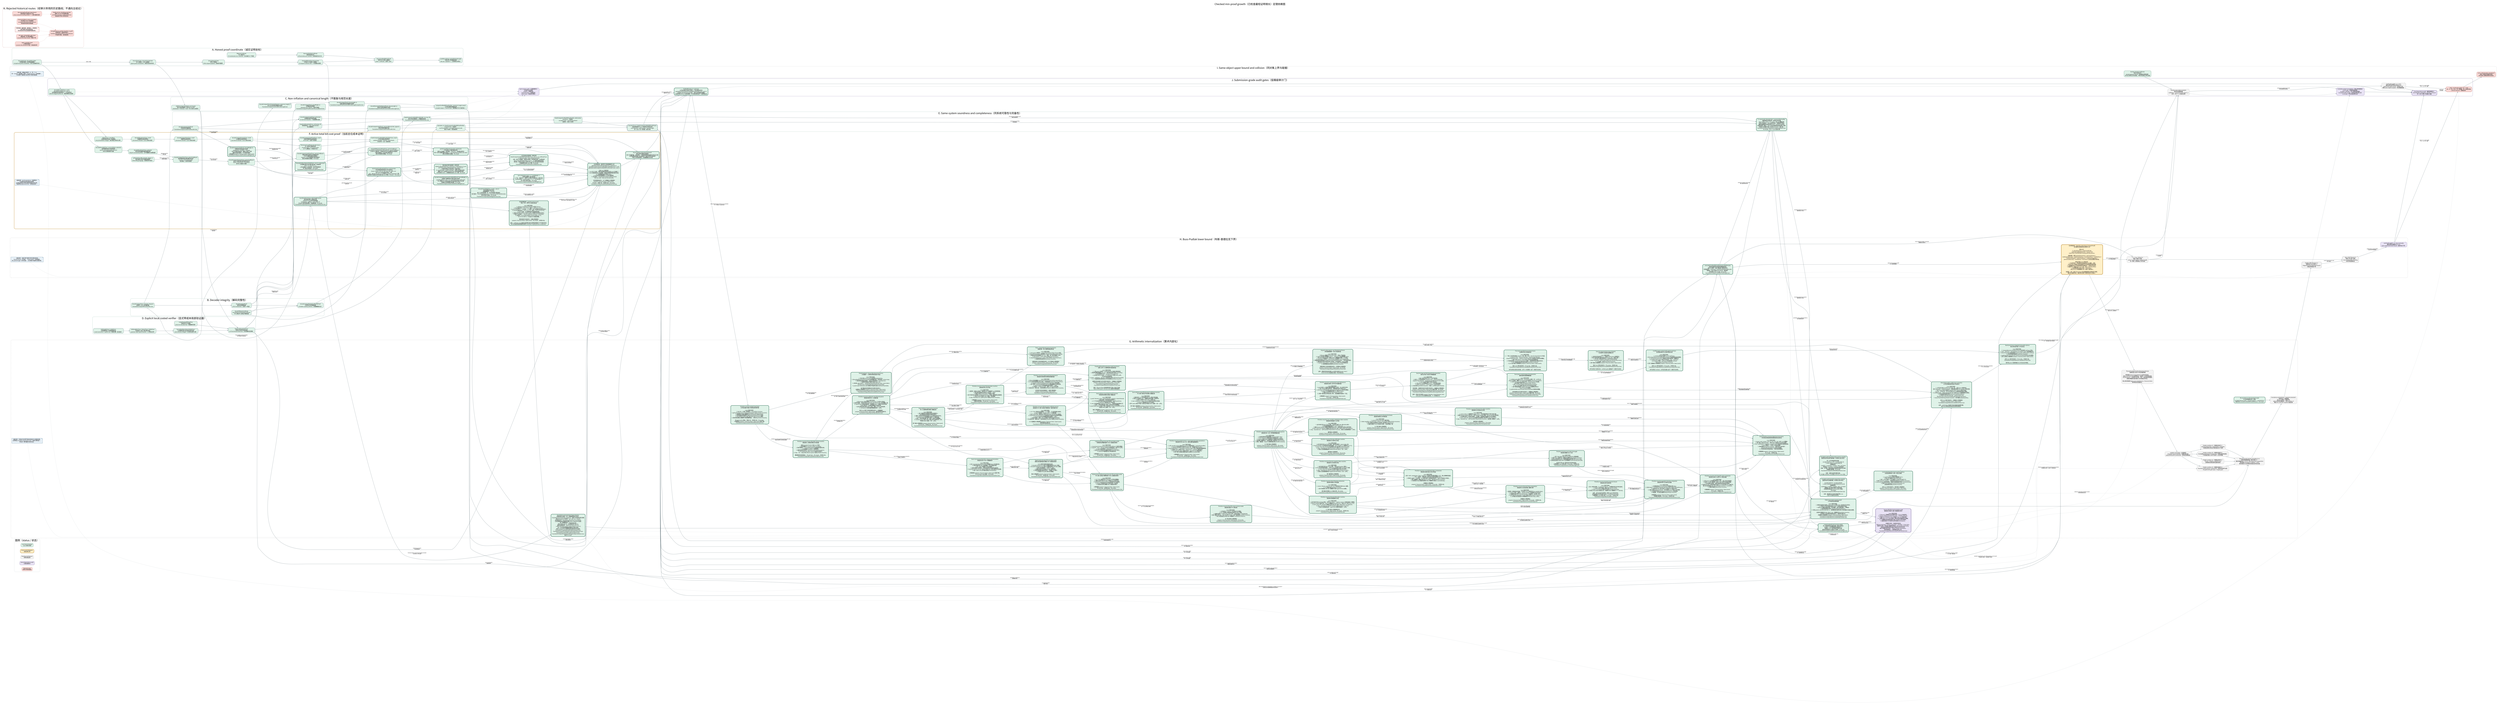
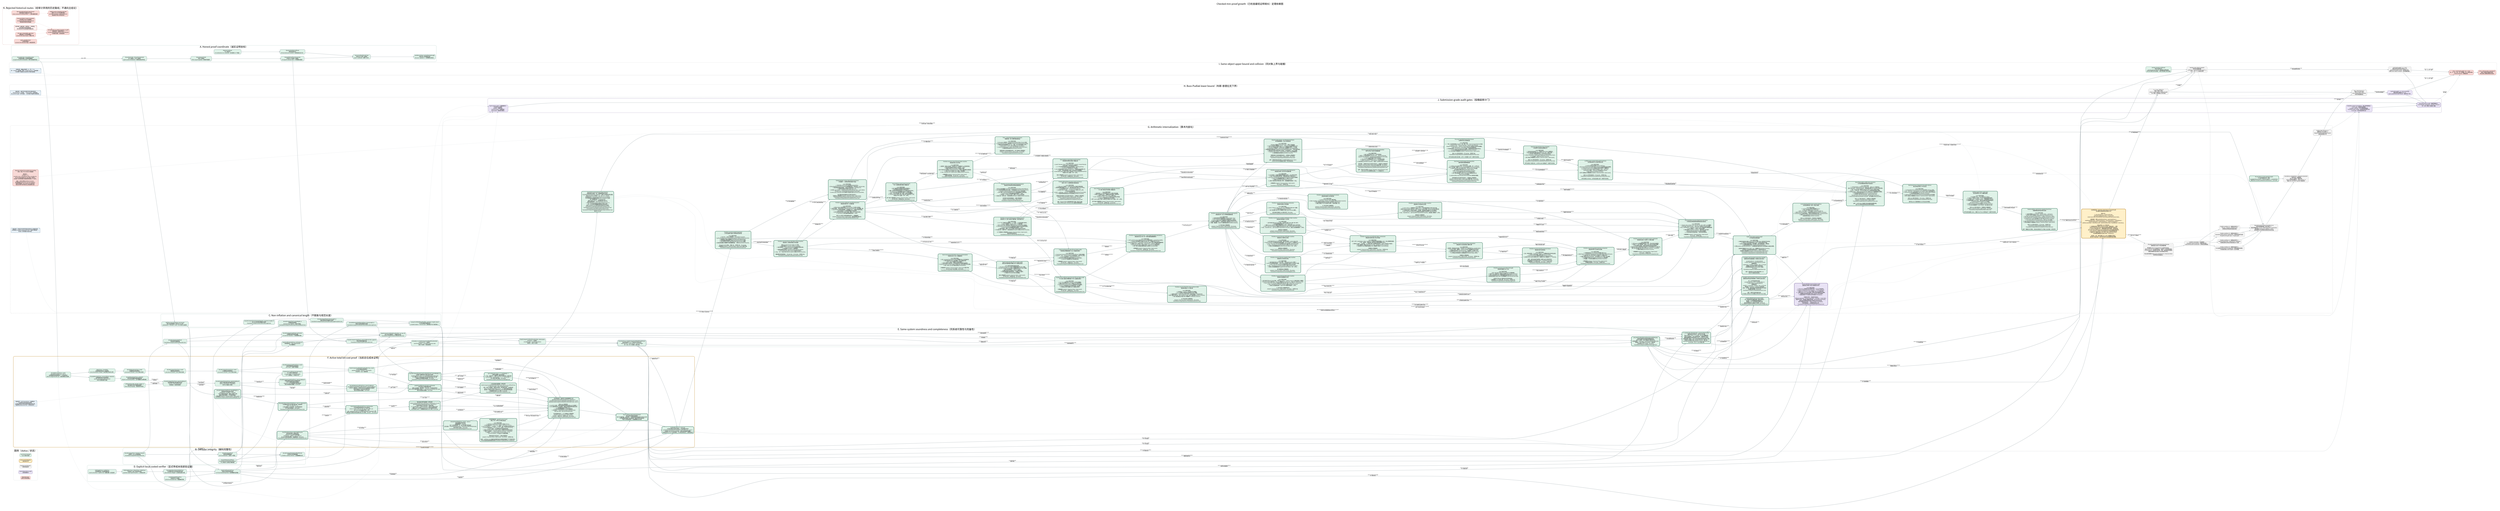
digraph CheckedMinProofDependencies {
  graph [
    rankdir=LR,
    bgcolor="white",
    compound=true,
    newrank=true,
    pad="0.35",
    nodesep="0.30",
    ranksep="0.62",
    fontname="Noto Sans CJK SC",
    fontsize=24,
    label="Checked min-proof growth（已检查最短证明增长）定理依赖图",
    labelloc="t",
    labeljust="c"
  ];
  node [
    shape=box,
    style="rounded,filled",
    fontname="Noto Sans CJK SC",
    fontsize=10.5,
    color="#526d75",
    fillcolor="#eef3f4",
    margin="0.14,0.09",
    penwidth=1.2
  ];
  edge [
    fontname="Noto Sans CJK SC",
    fontsize=8.5,
    color="#65777d",
    arrowsize=0.68,
    penwidth=1.05
  ];

  subgraph cluster_legend {
    label="图例（status / 状态）";
    color="#c8d1d4";
    style="rounded";
    done [label="Lean kernel checked\nLean 内核已检查", fillcolor="#dff2e8", color="#3f7c66"];
    active [label="Active proof obligation\n当前证明义务", fillcolor="#fff0c9", color="#b37a12", penwidth=2.2];
    pending [label="Pending root theorem\n待闭合根定理", fillcolor="#f3f3f3", color="#777777", style="rounded,filled,dashed"];
    audit [label="Axiom/dependency audit\n公理/依赖审计", fillcolor="#e9e3f5", color="#76639a"];
    rejected [label="Rejected route\n经审计弃用的路线", fillcolor="#f8d9d6", color="#a8443d", style="rounded,filled,dashed"];
  }

  subgraph cluster_coordinate {
    label="A. Honest proof coordinate（诚实证明坐标）";
    color="#8fb7aa";
    style="rounded";

    natcode [label="binaryNatCode / decodeBinaryNat\n自然数前缀码 / 自然数前缀解码\nescaped-bit prefix serialization（转义位前缀序列化）", fillcolor="#dff2e8"];
    syntaxcode [label="binaryTermCode + binaryFormulaCode\n项二进制码 + 公式二进制码\ntyped syntax serialization（类型化语法序列化）", fillcolor="#dff2e8"];
    sequentcode [label="binarySequentCode\n序列二进制码\nfinite sequent payload（有限序列载荷）", fillcolor="#dff2e8"];
    prooftree [label="CheckedPAProofTree.binaryCode\n已检查 PA 证明树二进制码\n10 sequent-calculus rules（十条相继式规则）", fillcolor="#dff2e8"];
    axiomcert [label="PAAxiomCertificate\nPA 公理证书\n23 constructors incl. induction（含归纳的 23 个构造）", fillcolor="#dff2e8"];
    structcert [label="StructuralValidityCertificate\n结构有效性证书\nall local witnesses counted（全部局部见证计长）", fillcolor="#dff2e8"];
    certifiedcode [label="binaryCertifiedPAProofCode\n带证书 PA 证明二进制码\nproof + certificate（证明 + 证书）", fillcolor="#dff2e8"];
    packedcode [label="packBinaryString / packedPayloadLength\n位串打包 / 有效载荷长度\nNat.size = payload + 1（自然数位长等式）", fillcolor="#dff2e8"];

    natcode -> syntaxcode [label="labels / 标签"];
    syntaxcode -> sequentcode;
    sequentcode -> prooftree;
    axiomcert -> structcert;
    prooftree -> certifiedcode;
    structcert -> certifiedcode;
    certifiedcode -> packedcode;
  }

  subgraph cluster_decoder {
    label="B. Decoder integrity（解码完整性）";
    color="#8fb7aa";
    style="rounded";

    typeddecoder [label="decodeCompactTerm / Formula / Sequent\n紧凑项 / 公式 / 序列解码器\nFoundationCompactPAProofVerifier.lean", fillcolor="#dff2e8"];
    proofdecoder [label="decodeCompactProof\n紧凑证明树解码器\nall 10 constructors（全部十个构造）", fillcolor="#dff2e8"];
    certdecoder [label="decodePAAxiomCertificate\ndecodeStructuralValidityCertificate\nPA 公理证书 / 结构证书解码器", fillcolor="#dff2e8"];
    packeddecoder [label="decodeCompactPackedCertifiedPAProof\n打包带证书证明解码器\nno hidden auxiliary witness（无隐藏辅助见证）", fillcolor="#dff2e8"];

    typeddecoder -> proofdecoder;
    certdecoder -> packeddecoder;
    proofdecoder -> packeddecoder;
  }

  subgraph cluster_size {
    label="C. Non-inflation and canonical length（不膨胀与规范长度）";
    color="#8fb7aa";
    style="rounded";

    structural [label="decodeCompactProof_parseWeight_le\n证明解码结构量界\nstructural non-inflation（结构不膨胀）\nFoundationCompactProofDecoderStructuralBound.lean", fillcolor="#dff2e8"];
    syntaxcanonical [label="decodeCompactTerm/Formula/Sequent_canonical_length_le\n项/公式/序列规范重编码长度界\nFoundationCompactCanonicalDecodeLength.lean", fillcolor="#dff2e8"];
    proofcanonical [label="decodeCompactProof_binaryLength_le\n完整证明树规范重编码长度界\nFoundationCompactProofCanonicalDecodeLengthComplete.lean", fillcolor="#dff2e8"];
    certcanonical [label="decodeStructuralValidityCertificate_binaryLength_le\n结构证书规范重编码长度界\nFoundationCompactCertificateCanonicalDecodeLength.lean", fillcolor="#dff2e8"];
    totalcanonical [label="compactCertifiedPAProofVerifier_canonical_length_bound\n公开验证器规范载荷总界\naccepted output <= honest input（接受输出不长于诚实输入）", fillcolor="#dff2e8"];
    transformsize [label="shift/free/neg/substitution size bounds\n移位/自由变量嵌入/否定/代入大小界\nsubstitution <= formula × term（代入至多公式乘项）", fillcolor="#dff2e8"];

    typeddecoder -> syntaxcanonical;
    proofdecoder -> structural;
    syntaxcanonical -> proofcanonical;
    certdecoder -> certcanonical;
    proofcanonical -> totalcanonical;
    certcanonical -> totalcanonical;
    syntaxcode -> transformsize;
  }

  subgraph cluster_explicit_local {
    label="D. Explicit local costed verifier（显式带成本局部验证器）";
    color="#8fb7aa";
    style="rounded";

    biteq [label="bitStringEqTrace / natEqTrace\n位串相等轨迹 / 自然数相等轨迹\nresult correctness + explicit cost（结果正确 + 显式成本）", fillcolor="#dff2e8"];
    bitset [label="bitStringMemTrace / SubsetTrace / SetEqTrace\n位串成员 / 包含 / 集合等价轨迹\nquadratic-style explicit bounds（二次型显式界）", fillcolor="#dff2e8"];
    formulalist [label="formulaEq/Mem/Subset/SetEqTrace\n公式相等/成员/包含/集合等价轨迹\ncode emission charged（公式码生成已计费）", fillcolor="#dff2e8"];
    listedtree [label="ListedCheckedPAProofTree\n列表序列 PA 证明树\npreserves decoded lists（保留解码列表）", fillcolor="#dff2e8"];
    listedcert [label="listedCertificateValidTrace\n列表证书有效性成本轨迹\nno Finset decide black box（无有限集判定黑箱）", fillcolor="#dff2e8"];

    biteq -> bitset;
    bitset -> formulalist;
    listedtree -> listedcert;
    formulalist -> listedcert;
    transformsize -> listedcert [label="local transforms\n局部变换"];
  }

  subgraph cluster_same_system {
    label="E. Same-system soundness and completeness（同系统可靠性与完备性）";
    color="#8fb7aa";
    style="rounded";

    listdecoder [label="decodeCompactListedProof\n列表保持证明解码器\nFoundationCompactListedProofDecoder.lean", fillcolor="#dff2e8"];
    projection [label="decodeCompactListedProof_toChecked\n列表解码投影到原检查器\n10-rule fuel induction（十规则燃料归纳）", fillcolor="#dff2e8"];
    localiff [label="listedCertificateValidTrace_toChecked_iff\n新局部轨迹 <-> 原 certificateValid\n语义精确等价", fillcolor="#dff2e8"];
    publiciff [label="listedCompactCertifiedPAProofVerifier_eq_true_iff\n新公开验证器接受 <-> 精确检查关系\nFoundationCompactListedCertifiedVerifier.lean", fillcolor="#dff2e8"];
    soundness [label="listedCompactCertifiedPAProofVerifier_toDerivation\nsoundness（可靠性）\naccepted code -> real PA Derivation2\n接受码 -> 真实 PA 推导", fillcolor="#dff2e8"];
    listencoder [label="decodeCompactListedProof_canonicalBinaryCode_append\n列表证明规范编码往返\nFoundationCompactListedProofEncoder.lean", fillcolor="#dff2e8"];
    completeness [label="derivation_to_listedCompactCertifiedPAProofVerifier\ncompleteness（完备性）\nreal PA derivation -> accepted canonical code\n真实 PA 推导 -> 规范接受码", fillcolor="#dff2e8"];
    predicate [label="Concrete P(x,y) / ListedCompactCertifiedPAProofChecks\n具体证明谓词 P(x,y) / 列表带证书检查关系\nsame formula + same checker + honest length\n同一公式 + 同一检查器 + 诚实长度", fillcolor="#dff2e8", penwidth=2.0];
    minmeasure [
      label="minListedCertifiedPAProofPayloadLength(formula)\n具体检查器诱导的最短完整载荷长度\n真实 PA 推导 -> 最小值由某个接受码实现\n任意接受码 -> minimum <= packedPayloadLength(code)\n接受码 -> 同公式真实 Derivation2（推导树）\n无项目级 proof_length；无 sorryAx\nFoundationCompactListedMinProofLength.lean",
      fillcolor="#dff2e8", color="#2f6f57", penwidth=2.8
    ];
    canonicalnormalize [
      label="P_canon(code, formulaCode) + canonical Bool verifier\n纯数值规范证明关系 + 规范布尔验证器\nBool verifier = true <-> P_canon，由 Lean 精确证明\n任意公开接受码 -> 同公式码规范码，完整载荷不增长\n最短完整载荷必由真实规范 proof + certificate 码实现\n全体码有限一致性 <-> 同 cutoff 的纯数值规范码有限一致性\n非规范/冗余编码不能人为压低 minimum（最小值）\nFoundationCompactListedCanonicalNormalization.lean\n无 sorryAx；仅三个 Lean 标准公理",
      fillcolor="#dff2e8", color="#2f6f57", penwidth=2.8
    ];

    typeddecoder -> listdecoder;
    listdecoder -> projection;
    proofdecoder -> projection;
    listedcert -> localiff;
    projection -> publiciff;
    localiff -> publiciff;
    packeddecoder -> publiciff;
    publiciff -> soundness;
    prooftree -> listencoder;
    listdecoder -> listencoder;
    listencoder -> completeness;
    listedcert -> completeness;
    soundness -> predicate;
    completeness -> predicate;
    predicate -> minmeasure [label="minimum over accepted codes\n对接受码取最小值"];
    completeness -> minmeasure [label="nonempty accepted set\n接受集合非空"];
    publiciff -> canonicalnormalize [label="decode every accepted code\n解码任意接受码"];
    listencoder -> canonicalnormalize [label="canonical re-encoding\n规范重编码"];
    totalcanonical -> canonicalnormalize [label="no payload growth\n载荷不增长"];
    minmeasure -> canonicalnormalize [label="minimum realized canonically\n最小值由规范码实现"];
  }

  subgraph cluster_cost_active {
    label="F. Active total bit-cost proof（当前总位成本证明）";
    color="#c18a27";
    style="rounded,bold";

    nattrace [label="decodeBinaryNatTrace_result\ndecodeBinaryNatTrace_cost_le\n自然数解码轨迹结果等价 + 二次位成本界\nNat.bit charged by Nat.size（按自然数位长收费）", fillcolor="#dff2e8", color="#3f7c66"];
    tracebind [label="OptionTrace + traceBind\n可选结果成本轨迹 + 轨迹绑定\nevery bind/failure charged（每次绑定/失败均计费）", fillcolor="#dff2e8", color="#3f7c66"];
    vectortrace [label="decodeManyVectorTrace_result\n向量解码轨迹结果等价\nLean kernel checked（Lean 内核已检查）", fillcolor="#dff2e8", color="#3f7c66"];
    termtrace [label="decodeCompactTermTrace_result\n项解码轨迹结果等价\nLean kernel checked（Lean 内核已检查）", fillcolor="#dff2e8", color="#3f7c66"];
    formulatrace [label="decodeCompactFormulaTrace_result\n公式解码轨迹结果等价\nLean kernel checked（Lean 内核已检查）", fillcolor="#dff2e8", color="#3f7c66"];
    prooftrace [label="decodeCompactListedProofTrace_result\n列表证明解码轨迹结果等价\nall 10 rules（全部十条规则）", fillcolor="#dff2e8", color="#3f7c66"];
    certtrace [label="PA/structural certificate decoder traces\nPA / 结构证书解码轨迹\n23 axiom tags + 4 recursive nodes\n23 个公理标签 + 4 种递归节点", fillcolor="#dff2e8", color="#3f7c66"];
    publictrace [label="listedCompactCertifiedPAProofVerifierTrace_result\n公开验证器轨迹结果等价\npacked envelope + formula + local checks\n打包外壳 + 公式 + 局部检查", fillcolor="#dff2e8", color="#3f7c66"];
    natpotential [label="decodeBinaryNatTrace_success/failure_potential\n自然数解码成功/失败势能界\nquartic consumed-prefix invariant\n四次已消费前缀不变量", fillcolor="#dff2e8", color="#3f7c66"];
    vectorpotential [label="decodeManyVectorTrace_potential\n任意长度向量解码摊还势能定理\ndisjoint consumed prefixes（互不重叠的已消费前缀）", fillcolor="#dff2e8", color="#3f7c66"];
    symbolcharge [label="arithmeticFunc/Rel_decode_charge_le\n算术函数/关系符号解码收费界\nfinite ORing language（有限有序环语言）", fillcolor="#dff2e8", color="#3f7c66"];
    termpotential [label="decodeCompactTermTrace_parserCostBound\n紧凑项解码器全路径摊还成本界\nsuccess + every failure path\n成功路径 + 全部失败路径", fillcolor="#dff2e8", color="#3f7c66"];
    formulapotential [label="decodeCompactFormulaTrace_parserCostBound\n紧凑公式解码器全路径摊还成本界\natoms / connectives / quantifiers\n原子式 / 联结词 / 量词", fillcolor="#dff2e8", color="#3f7c66"];
    proofpotential [
      label="decodeCompactListedProofTrace_parserCostBound\n列表证明树全路径四次势能成本界\n十条 PA 相继式规则全部通过\nand/cut 二叉子证明势能已望远镜相消\n成功/失败路径全覆盖；无 sorryAx",
      fillcolor="#dff2e8", color="#3f7c66"
    ];
    certpotential [
      label="decodePAAxiomCertificateTrace_parserCostBound\ndecodeStructuralValidityCertificateTrace_parserCostBound\n23 种 PA 公理标签 + 4 种递归证书节点全路径四次势能界\n归纳公理体和二元证书树已摊还闭合\n成功/失败路径全覆盖；无 sorryAx",
      fillcolor="#dff2e8", color="#3f7c66", penwidth=2.2
    ];
    packedcost [
      label="packed proof/formula decoder cost bounds\n打包证明/公式解码器成本界\n证明+证书串联、末位哨兵、dropLast、空后缀全部闭合\n两个公开打包解码器均不超过 2 × decoderPotential(Nat.size code)\n成功/失败路径全覆盖；无 sorryAx",
      fillcolor="#dff2e8", color="#2f6f57", penwidth=2.8
    ];
    transformcode [
      label="transformation binary-code length bounds\n语法变换完整二进制码长界\nshift/free/neg 均至多线性膨胀\nsubstitution：|phi[t]| <= 3(F+1)(W+1)F\n含 qpow 量词深度预算；无隐藏参数；无 sorryAx\nFoundationCompactSyntaxTransformationCodeBounds.lean",
      fillcolor="#dff2e8", color="#2f6f57", penwidth=2.8
    ];
    negtrace [
      label="binaryFormulaNegTrace_result / _cost_le\n否定变换真实递归轨迹\n结果精确等于 ∼formula\n每个公式构造收费一步；原子项向量不重复遍历\n执行成本 <= formulaSymbolCount <= |binaryFormulaCode(formula)|\n单文件探针已通过；无 sorryAx\nFoundationCompactSyntaxNegationTrace.lean",
      fillcolor="#dff2e8", color="#2f6f57", penwidth=2.8
    ];
    axmjoint [
      label="axm comparator input <= 2 * jointWeight + 1\n公理比较器输入联合坐标界\n上下文、候选句子、完整 PA 公理证书均落在同一诚实位权\ncertificateBits + sentenceBits + 1 <= 2 * jointWeight + 1\n四个坐标引理已通过；无 sorryAx\nFoundationCompactListedAxiomJointWeight.lean",
      fillcolor="#dff2e8", color="#2f6f57", penwidth=2.8
    ];
    honestproof [
      label="decodeCompactListedProof_honestWeight_le\n列表保持证明树诚实位权界\nweight(tree) + 8|suffix| <= 8|input|\n十条 PA 规则全部闭合；重复公式逐个计费\n覆盖任意成功解码，不只是规范编码\n公理画像仅 propext / Classical.choice / Quot.sound\nFoundationCompactListedProofHonestWeight.lean",
      fillcolor="#dff2e8", color="#2f6f57", penwidth=2.8
    ];
    honestcert [
      label="decodeCompactPackedListedCertifiedPAProof_honestWeight_le\n证明树+完整结构证书联合诚实位权界\njointWeight(tree,cert) <= 8 * packedPayloadLength(code)\nPA 公理证书 23 标签及递归证书全部由实际输入位计费\n无辅助见证和隐藏长度参数；无 sorryAx\nFoundationCompactListedCertifiedHonestWeight.lean",
      fillcolor="#dff2e8", color="#2f6f57", penwidth=2.8
    ];
    localprimitives [
      label="formulaEq/Mem/Subset/SetEqTrace_cost_le_polynomial\n公式相等/成员/包含/集合等价统一位成本界\nP(w) = 4 + 2(w+3)^2 + w\nw 是全部输入公式码位权，包含列表重复项\n四个端点全部通过；无 sorryAx\nFoundationCompactListedLocalCostPrimitives.lean",
      fillcolor="#dff2e8", color="#2f6f57", penwidth=2.8
    ];
    localbranches9 [
      label="10/10 listedCertificateValidTrace cost branches\n十条证明规则局部成本分支全部闭合\nclosed / verum / and / or / all / exs / wk / shift / cut：\n由 P(G(w)) 及生成语法界统一计费\naxm：由 A(w)=K*(2w+1)^12 的真实 guarded comparator 计费\n最终每节点固定多项式包络已由 Lean 检查；无 haxm、无 sorryAx",
      fillcolor="#dff2e8", color="#2f6f57", penwidth=2.8
    ];
    localinduction [
      label="联合坐标内部归纳骨架 + 具体实例\nlistedCertificateValidTrace_jointCost_le_polynomial_of_axm\nguardedListedCertificateValidTrace_jointCost_le\n十规则证明树/证书同步统一归纳已通过\nb = proofWeight + certificateWeight（证明+证书联合位权）\n抽象 haxm 已由真实 guarded axm 成本定理具体消除\n公开实例无 haxm；公理画像仅标准 Lean 公理；无 sorryAx",
      fillcolor="#dff2e8", color="#2f6f57", penwidth=2.8
    ];
    publicskeleton [
      label="公开总成本内部骨架 + 具体实例\nlistedCompactCertifiedPAProofVerifierTrace_cost_le_of_certificateTrace\ns = Nat.size(code) + Nat.size(formulaCode)\n合并：两个打包解码、局部证书检查、结论集合比较、公式码比较\nQ(s)=4*decoderPotential(s)+L(s)+1，L(s) 是显式固定多项式\n原先唯一内部证书成本义务现已由 guarded 联合成本定理消除\n公理画像仅标准 Lean 公理；无 sorryAx\nFoundationCompactListedPublicCostSkeleton.lean",
      fillcolor="#dff2e8", color="#2f6f57", penwidth=2.8
    ];
    publiccost [
      label="【主终端完成：具体带守卫检查器最终汇合】\nguardedListedCertificateValidTrace_jointCost_le\nguardedListedCompactCertifiedPAProofVerifierTrace_result\nguardedListedCompactCertifiedPAProofVerifierTrace_cost_le\n\n已由 Lean 内核检查：\n1. axm 的 23 标签、接受/拒绝路径和候选长度 guard 全部统一；\n2. axm 局部成本进入与证明树、结构证书相同的诚实联合位权；\n3. 十规则整树成本不再带 haxm；\n4. 公开轨迹结果精确等于公开验证器结果；\n5. 总位成本 <= listedPublicVerifierCostPolynomial(\n   Nat.size code + Nat.size formulaCode)。\n\n定向构建退出码 0；五个关键端点公理画像仅\npropext / Classical.choice / Quot.sound。\n无 haxm、无输入包、无项目公设、无 sorryAx。\nFoundationCompactListedGuardedAxiomCost.lean",
      fillcolor="#dff2e8", color="#2f6f57", penwidth=2.8
    ];
    amortized [label="Success/failure total potential bound\n成功/失败全路径总势能界\n两个打包解码器、语法变换、十规则局部检查和最终比较均已计费\n公开轨迹的所有输入对均满足同一固定多项式位成本界\n不是只分析接受路径；无隐藏辅助见证长度", fillcolor="#dff2e8", color="#2f6f57", style="rounded,filled", penwidth=2.8];
    costnote [shape=note, label="关键注释：result equivalence（结果等价）\n只证明轨迹没有改掉验证结果；\n必须再证明成功/失败全路径的固定多项式界，\n才能声称 polynomial time（多项式时间）。", fillcolor="#e8f1f8", color="#4e7892"];
    transformtrace [label="【共享终端完成：guarded axiom trace】\n移位 / 代入 / 带守卫公理比较轨迹\n\nLean 内核已检查：\n1. shift/free/substitution/list/fixitr 的真实 QTrace；\n2. fixitr 输出码长 <= 4*(L+1)^2；成本 <= 128*(m+L+1)^2*L；\n3. succInd 四次代入、三次否定、三个析取、两个全称量词全部真实执行；\n4. succInd 输出码长 <= 10^7*(L+1)^4；成本 <= 10^11*(L+1)^12；\n5. guard 完备：合法相等候选不会被提前拒绝；\n6. 接受分支 fixitr/allClosure/formulaEq 与拒绝分支总成本均闭合；\n7. 全部 23 标签统一：true iff certificate.sentence = candidate；\n8. 总成本 <= K*(certificateBits+sentenceBits+1)^12，\n   K=10^30+(3B+4)，B 为显式 26 句固定预算。\n\n两条验收命令退出码 0；关键公理画像仅\npropext / Classical.choice / Quot.sound；无 sorryAx、无项目公设。\n\n边界：certificate-only 直接生成完整归纳句在稀疏变量编号下不可能多项式；\n本节点完成的是保持接受关系的 candidate-length guarded comparator。", fillcolor="#dff2e8", color="#2f6f57", style="rounded,filled", penwidth=2.8];
    polytime [label="VerifierBitCost(x,y) <= p(|x|+|y|)\n公开验证器总位成本不超过一个显式固定多项式\nguardedListedCompactCertifiedPAProofVerifierTrace_cost_le\n对全部 code/formulaCode 成立，成功与失败路径均覆盖\n这里是项目 QTrace 位成本模型；PA 内短证明仍由下一簇单独完成", fillcolor="#dff2e8", color="#2f6f57", style="rounded,filled", penwidth=2.8];

    natcode -> nattrace;
    nattrace -> tracebind;
    tracebind -> vectortrace;
    vectortrace -> termtrace;
    termtrace -> formulatrace;
    formulatrace -> prooftrace;
    certdecoder -> certtrace;
    formulatrace -> certtrace;
    prooftrace -> publictrace;
    certtrace -> publictrace;
    publictrace -> amortized [label="exact behavior first\n先固定精确行为"];
    nattrace -> natpotential;
    natpotential -> vectorpotential;
    vectorpotential -> termpotential [label="argument vectors\n参数向量"];
    symbolcharge -> termpotential [label="finite symbol decoding\n有限符号解码"];
    termpotential -> formulapotential [label="terms inside atoms\n原子式中的项"];
    formulapotential -> proofpotential [label="formulas inside sequents\n序列中的公式"];
    proofpotential -> certpotential [label="proof/certificate alignment\n证明树/证书树对齐"];
    formulapotential -> certpotential [label="induction body\n归纳公理体"];
    certpotential -> packedcost [label="proof + certificate stream\n证明 + 证书串"];
    publictrace -> packedcost [label="same executable result\n同一可执行结果"];
    packedcost -> publiccost [label="decoded objects\n已解码对象"];
    transformsize -> transformcode [label="from symbol count to full bits\n从符号数提升到完整位长"];
    transformcode -> negtrace [label="input bit-length control\n输入位长控制"];
    negtrace -> publiccost [label="closed/cut negation charge\n闭合/切规则否定计费"];
    transformcode -> publiccost [label="generated-code bounds\n生成公式码长界"];
    listdecoder -> honestproof [label="all successful parses\n全部成功解码"];
    honestproof -> honestcert [label="proof-tree charge\n证明树计费"];
    certcanonical -> honestcert [label="full certificate bits\n完整证书位"];
    honestcert -> publiccost [label="joint decoded-data bound\n联合解码数据界"];
    honestcert -> axmjoint [label="proof + certificate coordinate\n证明 + 证书坐标"];
    axmjoint -> publiccost [label="guarded comparator input bound\n带守卫比较器输入界"];
    listedcert -> localprimitives [label="exact trace costs\n精确轨迹成本"];
    honestproof -> localprimitives [label="duplicate-preserving weights\n保留重复项位权"];
    localprimitives -> publiccost [label="uniform quadratic bound\n统一二次界"];
    localprimitives -> localbranches9 [label="per-rule instantiation\n逐规则实例化"];
    transformcode -> localbranches9 [label="generated syntax bounds\n生成语法界"];
    localbranches9 -> publiccost [label="nine checked branches\n九条已检查分支"];
    localbranches9 -> localinduction [label="structural aggregation\n结构汇总"];
    localinduction -> publiccost [label="haxm concretely discharged\nhaxm 已由具体定理消除"];
    localinduction -> publicskeleton [label="local certificate polynomial\n局部证书多项式"];
    packedcost -> publicskeleton [label="two packed decoder bounds\n两个打包解码界"];
    honestcert -> publicskeleton [label="decoded joint weight\n解码联合位权"];
    publicskeleton -> publiccost [label="concrete discharge checked\n具体消义务已检查"];
    listedcert -> publiccost [label="explicit local checks\n显式局部检查"];
    publiccost -> amortized;
    totalcanonical -> amortized [label="consumed-length control\n消费长度控制"];
    costnote -> amortized [style=dotted, arrowhead=none, constraint=false];
    transformcode -> transformtrace;
    transformtrace -> publiccost [label="guarded axm + shift/free/substitution costs\n带守卫公理 + 移位/自由化/代入成本"];
    amortized -> polytime;
    transformtrace -> polytime;
    totalcanonical -> polytime [label="input/output length control\n输入输出长度控制"];
    listedcert -> polytime [label="local cost bounds\n局部成本界"];
    predicate -> polytime [label="exact executable relation\n精确可执行关系"];
  }

  subgraph cluster_internalization {
    label="G. Arithmetic internalization（算术内部化）";
    color="#9a9a9a";
    style="rounded,dashed";

+     defaultlistcode [label="Rejected: default Primcodable list encoding\n弃用：默认 Primcodable 列表编码\n\n源码审计：\nencode [] = 0；\nencode (x::xs) = succ(pair(encode x, encode xs))。\nNat.pair 的位长界对 tail code 带约 2 倍因子；\n沿长度 m 的列表递推只能直接得到潜在 2^m 放大。\n\n结论：它足以证明 primitive recursive，\n但不能承担 polynomial-size trace witness。\n改用长度前缀 + binaryNatCode 自定界流，\n使总位长等于各字段位长之和加线性头部。", fillcolor="#f8d9d6", color="#a8443d", style="rounded,filled,dashed", penwidth=2.4];
+     additivecodecbase [label="Additive typed token codec base\n加法型类型化 token 编解码基础\n\nLean 内核已检查：\n1. Nat 用单 token；Bool 用显式 0/1 token；\n2. Option 只增加 0/1 标签；Product 直接拼接两段编码；\n3. List 使用 count :: flatMap encode，不使用嵌套 Nat.pair；\n4. 列表解码器按 count 迭代，保存反向累积表后恢复原顺序；\n5. Nat/Bool/Option/Product/List 均满足\n   decode(encode(x) ++ suffix)=some(x,suffix)；\n6. 全部 encode/decode/迭代函数为 primitive recursive；\n7. List 总位长精确等于 count 头位长 + 各元素位长之和。\n\n定向 Lean 探针退出码 0；关键端点公理画像仅\npropext / Classical.choice / Quot.sound；无 sorryAx。\nFoundationCompactAdditiveTokenCodec.lean\n\n本节点闭合通用 codec；完整 DirectTrace 实例化由下一绿色节点关闭。", fillcolor="#dff2e8", color="#2f6f57", penwidth=2.8];
+     directtracecode [label="Packed additive code for the complete DirectTrace\n完整直接轨迹的加法型打包码\n\nLean 内核已检查：\n1. 分层实例覆盖 parser states、stream states、root traces、\n   verifier states 及完整 CompactNumericListedDirectTrace；\n2. 总 token decoder(encoder(trace) ++ suffix)=some(trace,suffix)；\n3. binaryNatCode 与 packBinaryString 均已证 primitive recursive；\n4. packed trace code 与其完整 decoder 均为 primitive recursive；\n5. decode(code(trace))=some trace，故 trace code 单射；\n6. Nat.size(code(trace)) = additiveTokenBitLength(traceTokens)+1；\n7. 所有关键端点公理画像仅 propext / Classical.choice / Quot.sound。\n\n定向 Lean 探针退出码 0；无 sorryAx、无项目公设。\nFoundationCompactAdditiveTokenCodec.lean\nFoundationCompactNumericListedDirectTraceCode.lean\n\n边界：精确位长已得到，但尚未证明其关于公开输入位长的统一多项式界。", fillcolor="#dff2e8", color="#2f6f57", penwidth=2.8];
    roottraceintegration [label="Root branch trace integrated into public witness\n根分支轨迹已接入公开总见证\n\nLean 内核已检查：\n1. CompactNumericListedDirectTrace 显式新增 rootTrace 字段；\n2. root、rootTrace、formulaValue 与 machine states 投影精确对齐；\n3. DirectTraceValid 直接调用带 rootTrace 的 certified-parts residual；\n4. 总有效性谓词继续为 primitive recursive；\n5. publicVerifier=true iff exists DirectTraceValid 的正反方向均重建；\n6. 两个总端点公理画像仅 propext / Classical.choice / Quot.sound。\n\n定向 Lean 探针退出码 0；无 sorryAx、无项目公设。\nFoundationCompactNumericListedDirectTrace.lean\n\n根字段 parser 结果黑箱已从公开总见证中移除。", fillcolor="#dff2e8", color="#2f6f57", penwidth=2.8];
    rootfieldtrace [label="Five exact root-field branch direct traces\n五类根字段分支直接轨迹\n\nLean 内核已检查：\n1. 一个统一见证同时容纳 sequent、第一/第二公式、term 与 closed-formula 轨迹；\n2. sequent-only、sequent+formula、sequent+two-formula、\n   sequent+formula+term、sequent+closed-formula 五种真实字段形状全覆盖；\n3. 每个分支 parser = some fields iff 存在对应直接轨迹；\n4. 字段值由真实 consumedTokenPrefix 重建，未使用的轨迹分量必须为空；\n5. 五个直接轨迹有效性谓词全部为 primitive recursive；\n6. 五个语义端点公理画像仅 propext / Classical.choice / Quot.sound。\n\n独立 Lean 探针退出码 0；无 sorryAx、无项目公设。\nFoundationCompactNumericListedRootFieldsDirectTrace.lean\n\n本节点闭合五类分支内部；公开 0..9 标签统一由下一绿色节点关闭。", fillcolor="#dff2e8", color="#2f6f57", penwidth=2.8];
    rootdirectdispatch [label="Exact ten-tag root direct-trace dispatch\n十标签根节点直接轨迹精确分派\n\nLean 内核已检查：\n1. 关系显式列出标签 0..9，不借用 whole parser 结果等式；\n2. 每个标签选择正确字段形状及 binder arity（绑定元数）；\n3. 空 token 流及标签不在 0..9 时不存在合法见证；\n4. whole root parser = some root iff 存在 tag-selected direct trace；\n5. 十分支统一关系为 primitive recursive；\n6. 两个端点公理画像仅 propext / Classical.choice / Quot.sound。\n\n独立 Lean 探针退出码 0；无 sorryAx、无项目公设。\nFoundationCompactNumericListedRootFieldsDirectTrace.lean\n\n本节点闭合十标签分派；certified-parts 接线由下一绿色节点关闭。", fillcolor="#dff2e8", color="#2f6f57", penwidth=2.8];
    rootresidualtrace [label="Certified-parts residual with explicit root trace\n显式根轨迹的已认证部件剩余关系\n\nLean 内核已检查：\n1. residual 现在显式接收 root 与 rootTrace；\n2. 旧 CompactNumericProofRootBranchValid 已由直接轨迹关系替换；\n3. consumed proof prefix 与根结论字段仍保持同一精确等式；\n4. certified-parts parser 成功 iff 存在同一 root、rootTrace、\n   proof parser 结果、certificate 空后缀及新 residual；\n5. 新 residual 为 primitive recursive；\n6. 两个关键端点公理画像仅 propext / Classical.choice / Quot.sound。\n\n定向 Lean 探针退出码 0；无 sorryAx、无项目公设。\nFoundationCompactNumericListedParseDecomposition.lean\n\n本节点闭合 residual；公开总见证接入由下一绿色节点关闭。", fillcolor="#dff2e8", color="#2f6f57", penwidth=2.8];
    listedconmeta [label="ListedCertifiedFiniteConsistencyAt(k)\n同一列表保持验证器的有限一致性元层语义\n无长度 <= k 的完整载荷码被接受为 ⊥\n普通及 2^(A*n) 放大版本无条件为真\n接受反向恢复同公式真实 PA 推导；无 sorryAx\nFoundationCompactListedFiniteConsistencyTarget.lean", fillcolor="#dff2e8", color="#2f6f57", penwidth=2.8];
    arithinput [label="Primitive-recursive packed input layer\n公开验证器打包输入的原始递归算术层\n\nLean 内核已检查：\n1. Nat.bits（小端二进制展开）为 primitive recursive；\n2. getLast?/dropLast 与 sentinel payload peel 均为 primitive recursive；\n3. 剥离成功 iff 输入精确等于 packBinaryString(payload)；\n4. 新剥离器结果精确等于现有 packedPayloadTrace 结果；\n5. decodeBinaryNat 已由 right-fold state machine 重建；\n6. 新状态机逐输入精确等于原前缀解码器，二者均为 primitive recursive。\n\n无 typed syntax 假设、无输入包、无项目公设、无 sorryAx；\n公理画像仅 propext / Classical.choice / Quot.sound 或其子集。\nFoundationCompactListedVerifierArithmeticInput.lean", fillcolor="#dff2e8", color="#2f6f57", penwidth=2.8];
    tokenstream [label="Primitive-recursive binary-Nat token stream machine\n原始递归二进制自然数记号流机器\n\n具体 bounded iterator 已由 Lean 检查：\n1. 状态明确区分 running / failed / accepted；\n2. 每步调用同一个 decodeBinaryNat 并保留真实剩余位串；\n3. 总步数由 inputBits+1 明确限制；\n4. 最终结果逐位串等于 repeated-prefix reference parser；\n5. binaryNatCode token stream 的规范往返成立；\n6. step、run、output 和 reference parser 全部 primitive recursive。\n\n覆盖畸形和非规范输入；无 rawCode、无 sorryAx、无项目公设。\nFoundationCompactBinaryNatStreamMachine.lean", fillcolor="#dff2e8", color="#2f6f57", penwidth=2.8];
    bitsync [label="Exact noncanonical bit/token stream synchronization\n非规范位流与 token 流精确同步\n\nLean 内核已检查：\n1. 定义 repeated decodeBinaryNat 的精确 token/位后缀关系；\n2. 关系可按任意 token 前后缀唯一切分并重新合成；\n3. 同一 token 前缀留下的位后缀唯一；\n4. 规范位编码只是特例，不把非规范高位零误判为规范码；\n5. bounded stream decoder 成功 iff 全部 token 恰好消费至空位后缀；\n6. 每个 token-list split 都对应真实 bit boundary。\n\n公理画像仅 propext / Classical.choice / Quot.sound 或其子集；\n无 canonical-input 假设、无 sorryAx。\nFoundationCompactBinaryNatStreamSynchronization.lean", fillcolor="#dff2e8", color="#2f6f57", penwidth=2.8];
    syntaxparser [label="Primitive-recursive arithmetic term/formula parser\n原始递归算术项 / 公式解析器\n\nLean 内核已检查：\n1. 纯 Nat token 状态机覆盖 bvar/fvar/func 与全部公式构造；\n2. 有序环函数、关系符号码与 typed decoder 的 decode₂ 条件精确一致；\n3. repeat frame 逐项处理参数，不按稀疏 arity 一次展开巨型任务表；\n4. 每个真实项 / 公式都有精确执行步数定理；\n5. 执行步数不超过真实 token 长度，固定二次 fuel 必然足够；\n6. 公开 parser 对规范编码精确返回同一 suffix。\n\n定向 Lean 探针与目标构建退出码 0；公理画像仅\npropext / Classical.choice / Quot.sound；静态禁用项扫描为空。\nFoundationCompactSyntaxTokenMachine.lean", fillcolor="#dff2e8", color="#2f6f57", penwidth=2.8];
    syntaxinversion [label="Exact arbitrary-input syntax inversion\n项 / 公式解析器任意输入精确反演\n\nLean 内核已检查：\n1. 每个纯数值任务栈都有类型化前缀语义；\n2. 每次数值状态转换反向保持该语义；\n3. 函数 / 关系符号有效码恢复同 arity 的真实有序环符号；\n4. repeat frame 恢复精确长度的 Fin 参数向量；\n5. 成功、失败及畸形输入统一由同一后向不变量覆盖；\n6. numeric parser 返回 suffix iff 输入等于某真实项 / 公式\n   的规范 token 前缀 ++ 同一 suffix。\n\n两个端点公理画像仅 propext / Classical.choice / Quot.sound；\n无 rawCode、无项目公设、无 sorryAx。\nFoundationCompactSyntaxTokenMachineInversion.lean", fillcolor="#dff2e8", color="#2f6f57", penwidth=2.8];
    syntaxbitsync [label="Typed syntax decoder iff exact token prefix\n类型化语法解码器与精确 token 前缀双向等价\n\nLean 内核已检查任意成功位串：\n1. decodeCompactTerm 成功 iff 精确消费该项 token 前缀；\n2. decodeCompactFormula 成功 iff 精确消费该公式 token 前缀；\n3. 两方向均保留同一个真实 bit suffix；\n4. 函数/关系符号代码由 decode₂ 精确恢复；\n5. 任意有限参数向量逐项同步，不隐藏 arity 展开；\n6. 非规范 binaryNat 表示完全覆盖。\n\n端点公理画像仅 propext / Classical.choice / Quot.sound；\n无 rawCode、无项目公设、无 sorryAx。\nFoundationCompactSyntaxBitTokenSynchronization.lean", fillcolor="#dff2e8", color="#2f6f57", penwidth=2.8];
    closedformula [label="Primitive-recursive closed-formula token machine\n原始递归闭公式记号机\n\nLean 内核已检查：\n1. 复用同一紧凑公式语法，但所有 term 位置遇到 fvar 标签即拒绝；\n2. 每次成功恢复真实类型化公式及同一 suffix；\n3. 恢复公式的 freeVariables 严格等于空集；\n4. 每个真实闭公式及每个 ArithmeticSentence 的嵌入规范编码必被接受；\n5. 成功 iff 闭公式规范 token 前缀，双向精确；\n6. step / bounded run / public parser 全部 primitive recursive。\n\n公理画像仅 propext / Classical.choice / Quot.sound；\n无额外闭性参数、无 rawCode、无 sorryAx。\nFoundationCompactClosedFormulaTokenMachine.lean", fillcolor="#dff2e8", color="#2f6f57", penwidth=2.8];
    proofparser [label="Primitive-recursive listed-proof structural parser\n原始递归列表保持证明树结构解析器\n\nLean 内核已检查：\n1. 纯 Nat 任务栈覆盖 closed/axm/verum/and/or/all/exs/wk/shift/cut；\n2. axm 标签现调用独立闭公式机，不再把普通 proposition 当 sentence；\n3. sequent cardinality 由 repeat-formula frame 逐项消费；\n4. 每个真实 ListedCheckedPAProofTree 都有精确执行步数定理；\n5. and/cut 左右子证明按编码顺序消费同一 suffix；\n6. 总步数 <= 2*tokenLength，固定二次 fuel 必然足够；\n7. 十标签分派、闭句分支、总状态机和公开 parser 全部 primitive recursive。\n\n定向探针及目标构建通过；关键公理画像仅\npropext / Classical.choice / Quot.sound。\nFoundationCompactProofTokenMachine.lean", fillcolor="#dff2e8", color="#2f6f57", penwidth=2.8];
    proofinversion [label="Exact arbitrary-input listed-proof inversion\n列表保持证明树任意输入精确反演\n\nLean 内核已检查：\n1. proof / formula / term / repeat-formula / sequent / closed-formula\n   六类任务统一具有类型化前缀语义；\n2. 十个节点标签的每条反向分支均恢复同一 typed proof tree；\n3. and/cut 严格恢复左右子树次序；\n4. axm 分支恢复真实 ArithmeticSentence，不接受含自由变量公式；\n5. 成功、失败及畸形输入由同一后向状态不变量覆盖；\n6. proof token parser 成功 iff 输入为某真实 ListedCheckedPAProofTree\n   的规范 token 前缀 ++ 同一 suffix。\n\n端点公理画像仅 propext / Classical.choice / Quot.sound；\n无 rawCode、无项目公设、无 sorryAx。\nFoundationCompactProofTokenMachineInversion.lean", fillcolor="#dff2e8", color="#2f6f57", penwidth=2.8];
    certparser [label="Primitive-recursive PA/structural certificate parsers\n原始递归 PA 公理 / 结构证书解析器（规范完备方向）\n\nLean 内核已检查：\n1. 23 个 PA 公理标签全部覆盖；0..21 固定，3/4 校验函数/关系码；\n2. tag 22 调用同一 binder-arity-1 公式解析器；\n3. 新 PA 证书 token 编码逐证书等于旧 binary code 的 Nat 前缀流；\n4. leaf/axiomCert/unary/binary 四类结构证书由显式任务栈递归解析；\n5. binary 左右子证书按编码顺序消费同一 suffix；\n6. 线性步数界、固定二次 fuel 和两个规范往返端点均已闭合；\n7. PA 标签分派、结构节点、总状态机和公开 parser 全部 primitive recursive。\n\n七个关键端点公理画像仅 propext / Classical.choice / Quot.sound；\n静态禁用项扫描为空。\nFoundationCompactCertificateTokenMachine.lean", fillcolor="#dff2e8", color="#2f6f57", penwidth=2.8];
    certinversion [label="Exact arbitrary-input PA/structural certificate inversion\nPA 公理 / 结构证书任意输入精确反演\n\nLean 内核已检查：\n1. 固定标签 0..21 逐项恢复对应 PA 公理证书构造器；\n2. 标签 3/4 恢复同 arity、同编码的真实函数 / 关系符号；\n3. 标签 22 恢复 binder-arity-1 归纳公式；\n4. leaf / axiomCert / unary / binary 四类节点全部反向恢复；\n5. binary 严格恢复左右子证书顺序；\n6. 两个 parser 成功 iff 输入为真实证书规范 token 前缀 ++ 同一 suffix。\n\n两个端点公理画像仅 propext / Classical.choice / Quot.sound；\n无 rawCode、无项目公设、无 sorryAx。\nFoundationCompactCertificateTokenMachineInversion.lean", fillcolor="#dff2e8", color="#2f6f57", penwidth=2.8];
    proofbitsync [label="Listed proof typed decoder iff exact token prefix\n列表保持证明解码器与 token 前缀双向等价\n\nLean 内核已检查：\n1. closed/axm/verum/and/or/all/exs/wk/shift/cut 十规则全覆盖；\n2. sequent、term、formula 与左右子证明保留同一真实 bit suffix；\n3. axm 分支恢复同一 ArithmeticSentence；\n4. 成功方向与完备方向均覆盖非规范 binaryNat 表示；\n5. and/cut 严格保留左右子树消费次序。\n\n公理画像仅 propext / Classical.choice / Quot.sound；\n无 rawCode、无项目公设、无 sorryAx。\nFoundationCompactProofBitTokenSynchronization.lean", fillcolor="#dff2e8", color="#2f6f57", penwidth=2.8];
    certbitsync [label="PA/structural certificate typed decoder iff exact token prefix\nPA 公理 / 结构证书解码器与 token 前缀双向等价\n\nLean 内核已检查：\n1. 23 个 PA 公理标签及 induction 公式体全部覆盖；\n2. 函数/关系符号由 decode₂ 恢复同 arity 真实符号；\n3. leaf/axiomCert/unary/binary 四类递归证书全覆盖；\n4. binary 严格保留左右证书顺序及同一位后缀；\n5. 任意成功位串与精确 token 前缀双向等价。\n\n公理画像仅 propext / Classical.choice / Quot.sound；\n无 rawCode、无项目公设、无 sorryAx。\nFoundationCompactCertificateBitTokenSynchronization.lean", fillcolor="#dff2e8", color="#2f6f57", penwidth=2.8];
    packedtokensync [label="Primitive-recursive packed stream + exact typed-decoder equivalence\n原始递归打包 token 流 + 类型化解码器精确等价\n\nLean 内核已检查：\n1. 公开 code 的 sentinel 哨兵位与 payload 剥离使用同一 packedPayloadBits；\n2. payload 逐前缀转为完整 Nat token 流，流函数已证 Primrec；\n3. listed proof tokens ++ structural certificate tokens 按公开解码顺序精确拼接；\n4. 证明码 token 流成功 iff 同一 typed proof + certificate 解码成功；\n5. formulaCode token 流成功 iff 同一 typed formula 解码成功；\n6. 两个等价均保留全载荷消费与非规范 binaryNat 表示。\n\n公理画像仅 propext / Classical.choice / Quot.sound；\n无 rawCode、无项目公设、无 sorryAx。\nFoundationCompactListedPackedBitTokenSynchronization.lean", fillcolor="#dff2e8", color="#2f6f57", penwidth=2.8];
    numericvalues [label="Primitive-recursive term/formula/sequent value parsers\n原始递归项 / 公式 / 序列数值值解析器\n\nLean 内核已检查：\n1. 在结构判断同时保留精确 canonical token slice；\n2. term 与 formula 解析返回已消费值及同一 suffix；\n3. sequent 按首 token 的基数逐公式解析并保持原顺序；\n4. 规范输入精确往返；任意成功输入恢复真实 typed syntax；\n5. 单值、重复值、sequent 总解析器全部 primitive recursive。\n\n九个审计端点公理画像仅\npropext / Classical.choice / Quot.sound；无 sorryAx。\nFoundationCompactNumericSyntaxValueParser.lean", fillcolor="#dff2e8", color="#2f6f57", penwidth=2.8];
    numericchecks [label="Primitive-recursive numeric formula-list checks\n原始递归数值公式列表检查\n\nLean 内核已检查：\n1. canonical formula token 编码单射；\n2. token equality / membership / subset / set equality 全部 primitive recursive；\n3. 四个结果在任意规范公式列表上逐点等于 typed trace；\n4. 重复元素按 Finset 外延语义处理，与原检查器一致。\n\n九个审计端点公理画像仅\npropext / Classical.choice / Quot.sound；无 sorryAx。\nFoundationCompactNumericFormulaListChecks.lean", fillcolor="#dff2e8", color="#2f6f57", penwidth=2.8];
    numericconstructors [label="Primitive-recursive direct formula constructors\n原始递归直接公式构造器\n\nLean 内核已检查：\n1. verum / falsum / and / or / all / exs 六种构造全为纯 token 函数；\n2. 六个函数全部 primitive recursive；\n3. 每个规范输入逐 token 精确等于真实 typed formula 编码。\n\n审计端点仅依赖 Lean 标准公理；无 sorryAx。\nFoundationCompactNumericFormulaConstructors.lean", fillcolor="#dff2e8", color="#2f6f57", penwidth=2.8];
    numericnegation [label="Primitive-recursive formula-negation token machine\n原始递归公式否定记号机\n\nLean 内核已检查：\n1. 运行状态只有 Nat 与 Nat 列表，不把 typed syntax 当输入；\n2. term 记号逐项原样复制，八种 formula 标签执行真实 De Morgan 对偶；\n3. term / term-list / formula 的完整任务执行语义均已闭合；\n4. step、bounded run 与公开 transform 全部 primitive recursive；\n5. 规范公式前缀精确返回 negated formula tokens + 同一 suffix。\n\n两个最终端点公理画像仅\npropext / Classical.choice / Quot.sound；无 sorryAx。\nFoundationCompactNumericFormulaNegation.lean", fillcolor="#dff2e8", color="#2f6f57", penwidth=2.8];
    numericshift [label="Primitive-recursive formula-shift token machine\n原始递归公式移位记号机\n\nLean 内核已检查：\n1. 运行状态只有 Nat 与 Nat 列表，逐任务消费同一 parser token 流；\n2. bound variable 与全部结构标签原样保留，free variable [1,i] 精确变为 [1,i+1]；\n3. term / term-list / formula 的完整执行语义逐点等于 Rewriting.shift；\n4. step、bounded run 与公开 transform 全部 primitive recursive；\n5. 规范公式前缀精确返回 shifted formula tokens + 同一 suffix。\n\n最终端点公理画像仅\npropext / Classical.choice / Quot.sound；无 sorryAx。\nFoundationCompactNumericFormulaShift.lean", fillcolor="#dff2e8", color="#2f6f57", penwidth=2.8];
    numericfree [label="Primitive-recursive formula-free token machine\n原始递归公式自由化记号机\n\nLean 内核已检查：\n1. source arity n+1 精确降到 target arity n，任务栈携带量词下真实当前元数；\n2. 最后 bound variable 变为 &0，较早 bound variable 保持，旧 free variable 取后继；\n3. 仅消费长度为 2 的真实变量头，空消费、失败路径及函数头均不会误触发；\n4. term / term-list / formula 沿元数等式的完整语义逐点等于 Rewriting.free；\n5. step、bounded run、公开 transform 均 primitive recursive，规范输入保留同一 suffix。\n\n最终端点公理画像仅\npropext / Classical.choice / Quot.sound；无 sorryAx。\nFoundationCompactNumericFormulaFree.lean", fillcolor="#dff2e8", color="#2f6f57", penwidth=2.8];
    numericsubstitution [label="Primitive-recursive one-variable substitution token machine\n原始递归单变量代入记号机\n\nLean 内核已检查：\n1. 运行状态只有 Nat 与 Nat 列表，见证项以固定 token 输入进入迭代；\n2. 任务栈精确跟踪量词下 source arity 1+d；\n3. 最后 bound variable 替换为完整闭见证 token，其余变量与结构头原样保留；\n4. term / term-list / formula 完整执行语义逐 token 等于 ((Rew.subst ![w]).qpow d)；\n5. step、bounded run、公开 transform 均 primitive recursive，规范公式前缀保留同一 suffix。\n\n最终端点公理画像仅\npropext / Classical.choice / Quot.sound；无 sorryAx。\nFoundationCompactNumericFormulaSubstitution.lean", fillcolor="#dff2e8", color="#2f6f57", penwidth=2.8];
    numericfixitr [label="Primitive-recursive formula-fixitr token machine\n原始递归变量捕获记号机\n\nLean 内核已检查：\n1. 运行状态只有 Nat 与 Nat 列表，任意 base arity n、capture count m 与量词深度 d 均覆盖；\n2. bound variable 保持不变；free i<m 精确变为 bound n+d+i；其余 free i 变为 free (i-m)；\n3. term / term-list / formula 完整执行语义逐 token 等于 ((Rew.fixitr n m).qpow d)；\n4. step、bounded run 与公开 transform 全部 primitive recursive；\n5. 规范公式前缀返回同一 typed fixitr 结果并保留同一 suffix。\n\n十个审计端点公理画像至多为\npropext / Classical.choice / Quot.sound；无 sorryAx、无项目公设。\nFoundationCompactNumericFormulaFixitr.lean", fillcolor="#dff2e8", color="#2f6f57", penwidth=2.8];
    numericsuccind [label="Primitive-recursive succInd(body) token construction\n原始递归后继归纳公式记号构造\n\nLean 内核已检查：\n1. 每个 shift / substitution / fixitr / negation 子变换必须完整消费输入公式，禁止忽略畸形尾部；\n2. 零、开放零、开放后继三类见证均为固定纯数值 token；\n3. 四条代入执行、三次否定、三个析取与两个全称量词均在同一 Option 失败语义中组合；\n4. 整个函数输入/输出只有 Nat 与 List Nat，且已证 primitive recursive；\n5. 任意规范 body 的最终结果逐 token 精确等于原定义 succInd(body)。\n\n关键端点公理画像仅\npropext / Classical.choice / Quot.sound；无 sorryAx、无项目公设。\nFoundationCompactNumericSuccIndSentence.lean", fillcolor="#dff2e8", color="#2f6f57", penwidth=2.8];
    numericfvsup [label="Primitive-recursive formula fvSup computation\n原始递归公式自由变量上确界计算\n\nLean 内核已检查：\n1. 复用同一数值语法任务栈，只在真正 term 位置识别 free-variable token；\n2. relation 标签、函数头、bound variable 与普通数字均不会误计；\n3. 单遍输出逐点等于 formula.fvarList，并保留同一未消费 suffix；\n4. listFvSup 的 max(index+1) fold 已独立证明 primitive recursive；\n5. 公开端点对任意规范公式精确返回 (formula.fvSup, suffix)。\n\n关键端点公理画像仅\npropext / Classical.choice / Quot.sound；无 sorryAx、无项目公设。\nFoundationCompactNumericFormulaFvSup.lean", fillcolor="#dff2e8", color="#2f6f57", penwidth=2.8];
    numericallclosure [label="Primitive-recursive iterated universal closure\n原始递归迭代全称闭包\n\nLean 内核已检查：\n1. 每一步真实前置一个 universal token 6，不把整段闭包当作单位成本；\n2. depth 次迭代的输入/输出只有 Nat 与 List Nat；\n3. step 与 nat-iterate 整体均已证明 primitive recursive；\n4. 对任意 arity=depth 的规范公式，结果逐 token 精确等于 ∀⁰* formula。\n\n边界：本节点本身不宣称按二进制 depth 多项式时间；\n必须由黄色节点先证明 depth <= candidate bit length。\n公理画像仅 Lean 标准公理；无 sorryAx、无项目公设。\nFoundationCompactNumericAllClosure.lean", fillcolor="#dff2e8", color="#2f6f57", penwidth=2.8];
    numerictokenbitlength [label="Primitive-recursive exact token bit length\n原始递归精确 token 位长\n\nLean 内核已检查：\n1. 每个 Nat token 用公开 binaryNatCode 重新编码；\n2. 任意 token 列表的总二进制位长函数已证 primitive recursive；\n3. 项与公式的规范 token 流重新编码后逐位等于原 binary code；\n4. 因而规范候选公式的 token 位长精确等于公开 formulaCode 位长。\n\n这关闭了把 token 数误当位长的坐标风险；\n公理画像仅 Lean 标准公理，无 sorryAx、无项目公设。\nFoundationCompactNumericTokenBitLength.lean", fillcolor="#dff2e8", color="#2f6f57", penwidth=2.8];
    numericguardedinduction [label="Primitive-recursive guarded induction comparator\n原始递归带守卫归纳句比较器\n\nLean 内核已检查：\n1. 先纯数值构造 succInd(body) 并精确计算 fvSup；\n2. 仅当 fvSup <= candidate formulaCode bit length 才执行 fixitr/allClosure；\n3. 生成句逐 token 等于标签 22 的真实 PA 归纳证书句；\n4. 对每个规范 body/candidate，布尔结果为 true iff 两个句子相等；\n5. 守卫拒绝分支由 typed guard completeness 排除漏接；\n6. 构造器、守卫及比较器均已证 primitive recursive。\n\n公理画像仅 propext / Classical.choice / Quot.sound；\n无隐藏长度参数、无 sorryAx、无项目公设。\nFoundationCompactNumericGuardedInductionSentence.lean", fillcolor="#dff2e8", color="#2f6f57", penwidth=2.8];
    numericfixedaxioms [label="Primitive-recursive fixed PA-axiom sentence table\n原始递归固定 PA 公理句表\n\nLean 内核已检查：\n1. 证书标签 0..21 的 22 个非归纳分支全覆盖；\n2. 20 个无参数公理直接返回规范句 token 常量；\n3. 函数外延按 4 个合法 (arity,code) 分派，关系外延按 2 个合法对分派；\n4. 输入/输出只有 Nat、Nat×Nat 和 List Nat，整个查表函数 primitive recursive；\n5. 每个规范固定证书逐 token 精确等于 certificate.sentence。\n\n五个审计端点公理画像仅\npropext / Classical.choice / Quot.sound；无 sorryAx。\nFoundationCompactNumericFixedPAAxiomSentence.lean", fillcolor="#dff2e8", color="#2f6f57", penwidth=2.8];
    numericallaxioms [label="Primitive-recursive all-23-tag PA-axiom comparator\n原始递归全部 23 标签 PA 公理比较器\n\nLean 内核已检查：\n1. 证书 parser 必须精确消费到空 suffix，禁止多余垃圾尾部；\n2. 标签 0..21 进入固定表，标签 22 进入带守卫归纳比较器；\n3. 非法函数/关系码、畸形归纳体和未知标签均拒绝；\n4. 任意证书 token 对规范候选句返回 true iff 存在真实 PA 公理证书，\n   输入恰为其完整 token 且 certificate.sentence = candidate；\n5. 完整比较器已证 primitive recursive。\n\n公理画像仅 propext / Classical.choice / Quot.sound；\n无 sorryAx、无项目公设。\nFoundationCompactNumericPAAxiomComparator.lean", fillcolor="#dff2e8", color="#2f6f57", penwidth=2.8];
    numericrules [label="10/10 primitive-recursive listed local rule checks\n十条列表证明局部规则纯数值检查全部闭合\n\nLean 内核已检查：\n1. closed / axm / verum / and / or / all / exs / wk / shift / cut 全覆盖；\n2. 每个输入只有公式 token、序列 token 列表及子节点布尔结果；\n3. free / substitution / negation / sequent shift 均调用真实纯数值变换；\n4. axm 调用同一个全部 23 标签比较器；\n5. 每条函数均 primitive recursive，规范字段上逐点等于\n   listedCertificateValidTrace 对应分支结果；\n6. 子有效性是任务栈返回值，不是外部证明假设。\n\n公理画像仅 propext / Classical.choice / Quot.sound；\n无 sorryAx、无项目公设。\nFoundationCompactNumericListedRuleChecks.lean", fillcolor="#dff2e8", color="#2f6f57", penwidth=2.8];
    numericnodefields [label="Primitive-recursive synchronized node-field parsers\n原始递归证明 / 证书节点字段解析器\n\nLean 内核已检查：\n1. proof 标签 0..9 按真实编码顺序解析父序列、主公式和见证项；\n2. 每个节点只消费立即字段，完整保留后续子证明 token；\n3. structural certificate 的 leaf/axiom/unary/binary 四形状全覆盖；\n4. axiom 节点精确截取完整 PA 公理证书 token；\n5. 两侧 dispatcher 均 primitive recursive；\n6. 对每个真实树/证书及任意 suffix，返回精确字段和同一子流。\n\n公理画像仅 propext / Classical.choice / Quot.sound；\n无 sorryAx、无项目公设。\nFoundationCompactNumericListedNodeFields.lean", fillcolor="#dff2e8", color="#2f6f57", penwidth=2.8];
    numericparser [label="Public local-check numeric graph\n公开局部检查纯数值图\n\nLean 内核已检查：\n1. 有限任务栈同步消费 proof/certificate 两条 token 流并核对节点形状；\n2. 子结论与子布尔结果自底向上送入十条真实局部合并器；\n3. 显式 fuel 覆盖完整规范树，形状错配、耗尽及畸形输入一律拒绝；\n4. 规范树结果逐点等于 listedCertificateValidTrace；\n5. 任意 packed code/formulaCode 上，新纯数值验证器与原公开验证器布尔值逐点相等。\n\n全部运行数据仅为 Nat / Bool / List；完整图已证 primitive recursive。\n定向探针与目标模块构建退出码 0；禁用项扫描为空；\n关键端点公理画像仅 propext / Classical.choice / Quot.sound。\nFoundationCompactNumericListedTaskMachine.lean\nFoundationCompactNumericListedPublicVerifier.lean", fillcolor="#dff2e8", color="#2f6f57", penwidth=2.8];
    localtableau [label="Local initial/step/final task-machine tableau\n任务机局部初态 / 单步 / 终态计算表\n\nLean 内核已检查：\n1. LocalTraceValid 要求行数精确 fuel+1；\n2. 第 0 行严格等于公开 initial state；\n3. 每个 i<fuel 的第 i+1 行严格等于 verifierStep(第 i 行)；\n4. 单步 transition relation、长度和初态关系均为 primitive recursive；\n5. canonical trace 满足局部表；任意合法局部表逐行等于 canonical trace；\n6. 因而 local validity iff canonical bounded run，\n   总局部谓词也是 primitive recursive。\n\n定向 Lean 探针退出码 0；相关端点公理画像仅\npropext / Classical.choice / Quot.sound；无 sorryAx。\nFoundationCompactNumericListedDirectTrace.lean", fillcolor="#dff2e8", color="#2f6f57", penwidth=2.8];
    packedstreamtrace [label="Packed payload + binary-Nat stream local traces\n打包载荷 + 二进制自然数流局部子轨迹\n\nLean 内核已检查：\n1. 见证记录 sentinel peel 后的真实 payload bits；\n2. BinaryNatStreamLocalTraceValid 检查精确行数、初态和每个 stream step；\n3. 规范流轨迹满足局部表，任意合法表恢复同一 bounded run；\n4. 最终状态输出严格等于目标 token list；\n5. 对任意 code/tokens：compactPackedTokenStream code = some tokens\n   iff exists trace, PackedTokenStreamDirectTraceValid；\n6. proof code 与 formula code 的两份子轨迹均已接入总 DirectTraceValid。\n\n新子模块目标构建和总见证探针退出码 0；\n关键端点公理画像仅 propext / Classical.choice / Quot.sound。\nFoundationCompactPackedTokenStreamDirectTrace.lean\nFoundationCompactNumericListedDirectTrace.lean", fillcolor="#dff2e8", color="#2f6f57", penwidth=2.8];
    parseroutertrace [label="Proof/certificate/formula parser outer local traces\n证明 / 证书 / 公式解析器外层局部轨迹\n\nLean 内核已检查：\n1. 三类 parser 共用同一 initial/step/final 局部计算表框架；\n2. 每份轨迹要求精确 fuel+1 行、真实初态及逐行真实 parserStep；\n3. 合法局部表 iff 同一 canonical bounded run；\n4. 对任意 tokens/suffix，三个公开 parser 返回 some suffix\n   iff 存在对应局部轨迹；\n5. proof、certificate、formula 三份轨迹均已接入总 DirectTraceValid；\n6. 三个局部有效性谓词及总公开见证保持 primitive recursive。\n\n新模块目标构建与总见证探针退出码 0；关键端点公理画像仅\npropext / Classical.choice / Quot.sound；无 sorryAx。\nFoundationCompactParserDirectTrace.lean\nFoundationCompactNumericListedDirectTrace.lean\n\n边界：各 parserStep 内部调用的原子字段 / 语法子过程，\n以及 certified parts / formula value 提取仍待继续展开。", fillcolor="#dff2e8", color="#2f6f57", penwidth=2.8];
    rootdispatchdecomp [label="Exact ten-tag root-field dispatch decomposition\n根节点字段十标签分派精确拆解\n\nLean 内核已检查：\n1. 输入空流与标签不在 0..9 时严格拒绝；\n2. 标签 0..9 分别选择真实 sequent-only、sequent+formula、\n   sequent+two-formula、closed-formula 或 formula+term 分支；\n3. root.1 必须严格等于所选公开标签；\n4. 分支 parser 必须精确返回 root.2，不存在替代结果；\n5. whole root parser = some root iff 十分支关系成立；\n6. 分支关系为 primitive recursive，已接入 certified-parts residual。\n\n目标构建、分解探针和总见证探针退出码 0；关键端点公理画像仅\npropext / Classical.choice / Quot.sound 或其子集；无 sorryAx。\nFoundationCompactNumericListedRootFieldsDecomposition.lean\nFoundationCompactNumericListedParseDecomposition.lean\n\n边界：所选分支内部的 sequent / formula / closed-formula / term\nvalue parser 仍以结果等式出现，下一步逐类打开。", fillcolor="#dff2e8", color="#2f6f57", penwidth=2.8];
    sequentvaluetrace [label="Sequent-value repeat + per-formula local traces\n序列值重复解析 + 逐公式局部轨迹\n\nLean 内核已检查：\n1. 首 token 精确作为 formula count，空输入严格拒绝；\n2. repeat 状态表行数精确 count+1，公式 parser 轨迹数精确 count；\n3. 第 i 份公式轨迹从第 i 行剩余 tokens 精确解析到第 i+1 行后缀；\n4. nextValues 严格等于 currentValues 追加真实 consumed prefix；\n5. 增强局部关系推出原 compactFormulaTokenValuesStep，不把它留作假设；\n6. 最终成功可逐行构造全部公式轨迹，反向恢复同一 repeat 结果；\n7. sequent value parser = some(values,suffix) iff 存在增强轨迹；\n8. 全部增强有效性谓词为 primitive recursive。\n\n单模块探针与目标构建退出码 0；全部端点公理画像仅\npropext / Classical.choice / Quot.sound；无 sorryAx。\nFoundationCompactSequentValueDirectTrace.lean\n\n边界：增强序列轨迹尚待按 root 标签与后续 formula / term /\nclosed-formula 轨迹组合为统一节点字段见证。", fillcolor="#dff2e8", color="#2f6f57", penwidth=2.8];
    termclosedtrace [label="Term + closed-formula parser local traces\n项解析器 + 闭公式解析器局部轨迹\n\nLean 内核已检查：\n1. term parser 使用同一 compactSyntaxParserStep 与 term 初态；\n2. closed-formula parser 使用真实 compactClosedSyntaxParserStep；\n3. 两类轨迹均检查精确 fuel+1 行、初态、每个单步和最终 suffix；\n4. term parser = some suffix iff 存在 term local trace；\n5. closed-formula parser = some suffix iff 存在 closed local trace；\n6. 两类有效性谓词均为 primitive recursive。\n\n单模块探针与目标构建退出码 0；四个新端点公理画像仅\npropext / Classical.choice / Quot.sound；无 sorryAx。\nFoundationCompactParserDirectTrace.lean", fillcolor="#dff2e8", color="#2f6f57", penwidth=2.8];
    parseresultdecomp [label="Exact parse-result wrapper decomposition\n解析结果包装层精确拆解\n\nLean 内核已检查：\n1. certified-parts 成功 iff 同一 proof parser 结果、同一 certificate\n   parser 空后缀、精确 consumed prefix 和绿色 root branch relation；\n2. whole-formula value 成功 iff 同一 formula parser 空后缀，\n   且记录值严格等于原 formula token stream；\n3. 两个 residual relation 均为 primitive recursive；\n4. root-node 结果已成为总公开见证的显式字段；\n5. 两个整包装函数与 whole root parser 结果等式均已从\n   DirectTraceValid 删除；\n6. publicVerifier=true iff exists DirectTraceValid 保持逐点精确。\n\n目标构建及总见证探针退出码 0；关键端点公理画像仅\npropext / Classical.choice / Quot.sound 或其子集；无 sorryAx。\nFoundationCompactNumericListedParseDecomposition.lean\nFoundationCompactNumericListedDirectTrace.lean", fillcolor="#dff2e8", color="#2f6f57", penwidth=2.8];
    directtrace [label="Direct finite public-verifier trace semantics\n公开验证器直接有限运行轨迹语义\n\nLean 内核已检查：\n1. 公开见证记录 proof/formula token 流、三类 parser 局部轨迹、\n   显式 root-node、root branch trace、解析值和完整 task-machine 状态列表；\n2. 两个 packed 输入各携带 payload/token-stream 局部子轨迹；\n3. proof、certificate、formula 外层 parser 均携带绿色局部计算表；\n4. certified-parts、whole-formula 及 root 十标签 parser 结果黑箱均已移除；\n5. 中央检查直接要求绿色 local task-machine tableau；\n6. 对任意 code/formulaCode：publicVerifier=true\n   iff exists trace, DirectTraceValid(code,formulaCode,trace)；\n7. DirectTraceValid 为 primitive recursive，且不调用 projection/rfind。\n\n定向 Lean 探针退出码 0；关键端点公理画像仅\npropext / Classical.choice / Quot.sound。\nFoundationCompactNumericListedDirectTrace.lean\n\n边界：verifierStep 内部原子语法变换的局部算术图、\n显式 Nat 序列化及多项式位长界仍待闭合。", fillcolor="#dff2e8", color="#2f6f57", penwidth=2.8];
    resemanticprobe [label="Generic RE/rfind representation audit\n通用递归可枚举 / 最小化搜索表示审计\n\nLean 内核已检查：\n1. P(bound,y) 精确表示存在载荷长度 <= bound 的接受码；\n2. witness relation primitive recursive，P 为 RE predicate；\n3. 固定 Nat.ArithPart1.Code 并保留 Code.eval 求值证明；\n4. 二变量 Sigma-one 公式与有限一致性句的标准模型语义精确；\n5. 二进制数词实例具有线性于输入位长的公式符号数界；\n6. 接受实例在 PA 中定性可证并有真实 Derivation2。\n\n定量审计结论：构造链实际经过\nREPred.projection -> Partrec.projection -> rfindOpt -> Code.rfind；\n其算术公式含“所有更小搜索阶段失败”的 bounded minimality。\n目前没有该前缀证明长度关于载荷位长的多项式界，\n故它只保留为语义审计，不作为 suitable numeration。\n目标构建通过；公理画像仅标准三项。\nFoundationCompactNumericListedProofPredicate.lean", fillcolor="#e9e3f5", color="#76639a", penwidth=2.6];
-     compactformula [label="【主终端当前：Explicitly coded direct CompactProof】\n显式编码的直接紧凑证明算术公式\n\n目标公式：\nP_direct(bound,y) := exists proofCode,\n  payloadLength(proofCode) <= bound and\n  exists trace, DirectVerifierTrace(proofCode,y,trace)。\n\n前置进展：绿色 packedstreamtrace + parseroutertrace +\nrootdispatchdecomp + sequentvaluetrace + termclosedtrace + rootfieldtrace +\nrootdirectdispatch + rootresidualtrace + roottraceintegration +\nparseresultdecomp + localtableau + directtrace 已关闭全部根字段轨迹。\n\n当前必须由 Lean 内核关闭：\n1. 为全部状态、子轨迹和见证构造显式 Nat 编码，并把\n   verifierStep 内部原子语法变换改写为可局部核验的算术图；\n2. 证明编码位长与全部局部核验总量有同一个固定多项式界；\n3. 直接手写二变量 Sigma-one 公式，禁止 projection/rfind；\n4. 标准模型语义逐点 iff 同一 P(bound,y)，\n   否定 falsum 实例精确等于同一有限一致性语义。\n\n当前第一义务：盘点 DirectTrace 的全部数据类型与剩余原子调用，\n确定显式编码布局、解码等式及每个局部关系的公式接口。", fillcolor="#fff0c9", color="#b37a12", penwidth=2.8];
+     compactformula [label="【主终端当前：Explicitly coded direct CompactProof】\n显式编码的直接紧凑证明算术公式\n\n目标公式：\nP_direct(bound,y) := exists proofCode,\n  payloadLength(proofCode) <= bound and\n  exists traceCode, DirectVerifierTraceCode(proofCode,y,traceCode)。\n\n前置进展：绿色 packedstreamtrace + parseroutertrace +\nrootdispatchdecomp + sequentvaluetrace + termclosedtrace + rootfieldtrace +\nrootdirectdispatch + rootresidualtrace + roottraceintegration +\nadditivecodecbase + directtracecode + parseresultdecomp + localtableau + directtrace。\n\n当前必须由 Lean 内核关闭：\n1. 为直接轨迹定义诚实 structural weight（结构位权），证明\n   additiveTokenBitLength 不超过该位权的固定线性/多项式式；\n2. 从合法公开轨迹的 fuel、消费前缀及状态不变量，证明该位权\n   关于 Nat.size(proofCode)+Nat.size(formulaCode) 有固定多项式界；\n3. 把 verifierStep 内部原子语法变换改写为可局部核验算术图；\n4. 直接手写二变量 Sigma-one 公式，禁止 projection/rfind，\n   并证明标准模型语义逐点 iff 同一 P(bound,y)。\n\n当前第一义务：展开完整 trace codec 的精确位长等式，\n建立各子轨迹长度、每行状态位权与总状态数的组合预算。", fillcolor="#fff0c9", color="#b37a12", penwidth=2.8];
    patrace [label="PA proof compiler for the direct trace formula\n直接轨迹公式的 PA 短证明编译器\n\n等待黄色 direct CompactProof 公式闭合后启动：\n给定 proofCode 与合法接受轨迹，构造同一公式实例的真实\nPA Derivation2，并证明公式生成、见证、逐步核验及拼接的\n完整证明载荷长度为输入位长的固定多项式。\n\n禁止逐实例调用 Sigma-one completeness / Classical.choice\n来声称任何长度结论。", fillcolor="#f3f3f3", color="#777777", style="rounded,filled,dashed"];
    suitable [label="suitable numeration（合适枚举）\nbit graph representability（位图可表示性）\npolynomial proof construction（多项式证明构造）", fillcolor="#f3f3f3", color="#777777", style="rounded,filled,dashed"];
    cond0 [label="Pudlak condition (0)（普德拉克条件 0）\nPA 内证明 proof-bound monotonicity（证明长度界单调性）\nP 的较紧/较松 cutoff 可在同一公式中转换", fillcolor="#f3f3f3", color="#777777", style="rounded,filled,dashed"];
    cond1 [label="Pudlak condition (1)（普德拉克条件 1）\nexternal short proof -> internal P(n, code(phi))\n外部短证明以多项式开销内部化为 P 实例", fillcolor="#f3f3f3", color="#777777", style="rounded,filled,dashed"];
    cond2 [label="Pudlak condition (2)（普德拉克条件 2）\nP(n,m) -> P(q1(n), code(P(n,m)))\n证明谓词实例自身的定量内部化", fillcolor="#f3f3f3", color="#777777", style="rounded,filled,dashed"];
    cond3 [label="Pudlak condition (3)（普德拉克条件 3）\nbounded modus ponens composition（有界肯定前件合成）\nP(n,phi) 与 P(n,phi->psi) -> P(q2(n),psi)", fillcolor="#f3f3f3", color="#777777", style="rounded,filled,dashed"];
    mpcompiler [label="Accepted-code bounded modus ponens compiler\n接受码有界肯定前件编译器（外部语义层已闭合）\n\n同一公开列表保持验证器：\naccept(codeImp, A->B) + accept(codeA, A)\n  -> exists codeB, accept(codeB, B)\n完整载荷界：\n|codeB| <= |codeImp| + |codeA| + 240 + 34*S(A,B)\n两份输入 proof tree + certificate 原样复用\n树级、证书级、规范码级及任意接受码端点均已通过\n无隐藏长度参数；无 sorryAx\nFoundationCompactCertifiedModusPonens.lean\n\n注意：这里只关闭外部码合成；\nPA 内部 condition (3) 仍须由 arithmetic trace 内化。", fillcolor="#dff2e8", color="#2f6f57", penwidth=2.8];
    conjcompiler [label="Accepted-code bounded conjunction compiler\n接受码有界合取编译器（外部语义层已闭合）\n\naccept(codeA,A) + accept(codeB,B)\n  -> exists codeAnd, accept(codeAnd,A and B)\n完整载荷界：\n|codeAnd| <= |codeA| + |codeB| + 144 + 11*S(A,B)\n两棵输入树与两份完整证书原样复用\n任意接受码端点及 axiom profile 已通过\n无 sorryAx\nFoundationCompactCertifiedConjunction.lean\n\n注意：固定重言式与原文拼接步骤 (i)-(v)\n以及 PA 内部化仍未闭合。", fillcolor="#dff2e8", color="#2f6f57", penwidth=2.8];
    qdiagonal [label="Quantitative parameterized diagonalization\n定量参数化对角化（同一完整载荷坐标已闭合）\nFoundation parameterized_diagonal₁：固定 P 的全称证明为常数\n真实 Derivation2 实例化：cut + wk + exs + closed\n显式结构证书：binary(unary(baseCert), unary(leaf))\n公开列表保持验证器接受完整 proof+certificate 打包码\n短二进制数码项：2*previous+bit\n码长 O(Nat.size m)，标准模型值严格为 m\n最终完整载荷界：baseProof+baseCert+192\n + 2048*(formulaConstant+stepConstant*|m|+1)^3\n同一公式实例的精确最短载荷也不超过该界\n具体 CompactProof 谓词仍由灰色算术化节点提供\nFoundationCompactDerivationSpecialization.lean\nFoundationCompactCertifiedDerivationSpecialization.lean\nFoundationCompactBinaryNumeralTerm.lean\nFoundationCompactParameterizedDiagonalSpecialization.lean\n端点无 sorryAx", fillcolor="#dff2e8", color="#2f6f57", penwidth=2.8];
    proofassembly [label="Bounded proof-calculus assembly (i)-(v)\n有界证明演算拼接（原文步骤 i-v）\n固定命题重言式 + (0)-(3) + MP/conjunction composition\n逐步得到 not P(q5(m), bottom) -> D(m)\n每次拼接与公式实例化均须显式多项式长度", fillcolor="#f3f3f3", color="#777777", style="rounded,filled,dashed"];
    paconsistency [label="PA consistency in the standard model\nPA 在标准模型中的一致性\naccepted falsum proof -> real Derivation2 -> contradiction\n项目已有 noListedCertifiedPAProofOfFalsum；无 sorryAx", fillcolor="#dff2e8", color="#2f6f57", penwidth=2.4];
    exponentextract [label="Consistency contradiction + exponent extraction\n一致性反证 + 指数提取\n短 D(m) 证明与一致性冲突\nq5(m) 的多项式重标定 -> 存在 epsilon > 0\n推出 Con_A(n) 无 n^epsilon 长度证明", fillcolor="#f3f3f3", color="#777777", style="rounded,filled,dashed"];
    diagonal [label="Pudlak 1986 Theorem 3.1\n普德拉克 1986 定理 3.1\ndiagonal proof-length lower bound\n对角证明长度下界", fillcolor="#f3f3f3", color="#777777", style="rounded,filled,dashed", penwidth=2.0];
    internalnote [shape=note, label="关键注释：外部运行时间界不能自动变成 PA 内部短证明。\n必须构造 accepted computation trace（接受计算轨迹），\n并在同一算术编码中逐步验证。", fillcolor="#e8f1f8", color="#4e7892"];

    predicate -> resemanticprobe [label="exact standard-model relation\n精确标准模型关系"];
    minmeasure -> resemanticprobe [label="same honest payload length\n同一诚实载荷长度"];
    canonicalnormalize -> resemanticprobe [style=dotted, label="normalization audit only\n仅作规范化审计"];
    predicate -> listedconmeta [label="same accepted-code relation\n同一接受码关系"];
    minmeasure -> listedconmeta [label="same payload coordinate\n同一载荷坐标"];
    listedconmeta -> resemanticprobe [label="generic semantic representation\n通用定性语义表示"];
    canonicalnormalize -> listedconmeta [label="pointwise same-cutoff equivalence\n逐点同截断值等价"];
    polytime -> arithinput [label="same packed inputs and bit-cost coordinate\n同一打包输入与位成本坐标"];
    arithinput -> tokenstream [label="primitive-recursive payload and Nat-prefix base\n原始递归载荷与自然数前缀基础"];
    tokenstream -> bitsync [label="exact arbitrary-input stream semantics\n任意输入流精确语义"];
    tokenstream -> syntaxparser [label="bounded exact tokenization\n有界精确记号化"];
    bitsync -> syntaxbitsync [label="exact bit suffix invariant\n精确位后缀不变量"];
    syntaxparser -> syntaxbitsync [label="same term/formula token grammar\n同一项/公式 token 文法"];
    syntaxparser -> syntaxinversion [label="backward typed realization invariant\n反向类型化实现不变量"];
    syntaxinversion -> numericvalues [label="arbitrary syntax success is canonical\n任意语法成功均为真实规范前缀"];
    syntaxinversion -> closedformula [label="typed prefix recovery + no-fvar invariant\n类型化前缀恢复 + 无自由变量不变量"];
    closedformula -> proofparser [label="axm sentence task\n公理叶闭句任务"];
    syntaxparser -> proofparser [label="checked syntax-task machine\n已检查语法任务机"];
    syntaxparser -> certparser [label="induction-body formula parser\n归纳公理体公式解析"];
    syntaxinversion -> proofinversion [label="term / formula arbitrary inversion\n项 / 公式任意反演"];
    proofparser -> proofinversion [label="ten-rule numeric state machine\n十规则纯数值状态机"];
    closedformula -> proofinversion [label="real sentence recovery\n真实闭句恢复"];
    proofinversion -> numericnodefields [label="arbitrary proof success is canonical\n任意证明成功均为真实规范前缀"];
    syntaxinversion -> certinversion [label="induction-formula arbitrary inversion\n归纳公式任意反演"];
    certparser -> certinversion [label="23+4 certificate numeric machines\n23+4 类证书纯数值机"];
    certinversion -> numericnodefields [label="arbitrary certificate success is canonical\n任意证书成功均为真实规范前缀"];
    syntaxbitsync -> numericparser [label="term/formula typed-bit equivalence closed\n项/公式类型化位级等价已闭合"];
    bitsync -> proofbitsync [label="same exact bit suffix\n同一精确位后缀"];
    syntaxbitsync -> proofbitsync [label="typed sequent/term/formula components\n类型化序列/项/公式部件"];
    proofparser -> proofbitsync [label="same ten-rule token grammar\n同一十规则 token 文法"];
    bitsync -> certbitsync [label="same exact bit suffix\n同一精确位后缀"];
    syntaxbitsync -> certbitsync [label="induction-body formula synchronization\n归纳公式体同步"];
    certparser -> certbitsync [label="same 23+4 token grammar\n同一 23+4 类 token 文法"];
    proofbitsync -> numericparser [label="typed proof bit equivalence closed\n证明树类型化位级等价已闭合"];
    certbitsync -> numericparser [label="typed certificate bit equivalence closed\n证书类型化位级等价已闭合"];
    arithinput -> packedtokensync [label="same sentinel-packed inputs\n同一哨兵位打包输入"];
    tokenstream -> packedtokensync [label="primitive-recursive full tokenization\n原始递归完整 token 化"];
    proofbitsync -> packedtokensync [label="proof segment equivalence\n证明段等价"];
    certbitsync -> packedtokensync [label="certificate segment equivalence\n证书段等价"];
    packedtokensync -> numericvalues [label="same public token streams\n同一公开 token 流"];
    numericvalues -> numericchecks [label="exact numeric syntax values\n精确数值语法值"];
    numericvalues -> numericnodefields [label="sequent / formula / term immediate fields\n序列 / 公式 / 项立即字段"];
    numericchecks -> numericrules [label="same local list decisions\n同一局部列表判定"];
    numericvalues -> numericconstructors [label="canonical token values\n规范 token 值"];
    numericconstructors -> numericrules [label="six direct formula constructors\n六种直接公式构造"];
    numericvalues -> numericnegation [label="same parser task semantics\n同一解析任务语义"];
    numericnegation -> numericrules [label="exact De Morgan token transform\n精确 De Morgan 记号变换"];
    numericvalues -> numericshift [label="same parser task semantics\n同一解析任务语义"];
    numericshift -> numericrules [label="exact free-index successor transform\n精确自由变量后继变换"];
    numericvalues -> numericfree [label="same parser task and binder arity\n同一解析任务与绑定元数"];
    numericfree -> numericrules [label="exact arity-lowering free transform\n精确降元自由化变换"];
    numericvalues -> numericsubstitution [label="same parser task and witness tokens\n同一解析任务与见证记号"];
    numericsubstitution -> numericrules [label="exact qpow substitution transform\n精确量词下代入变换"];
    numericvalues -> numericfixitr [label="same parser task and binder arity\n同一解析任务与绑定元数"];
    numericfixitr -> numericparser [label="exact qpow fixitr transform\n精确量词下变量捕获变换"];
    numericconstructors -> numericsuccind [label="or / all token constructors\n析取 / 全称量词记号构造"];
    numericnegation -> numericsuccind [label="three exact negations\n三次精确否定"];
    numericshift -> numericsuccind [label="open-substitution namespace shift\n开放代入命名空间移位"];
    numericsubstitution -> numericsuccind [label="four exact substitution executions\n四条精确代入执行"];
    numericfixitr -> numericsuccind [label="capture open witnesses\n捕获开放见证"];
    numericsuccind -> numericguardedinduction [label="exact succInd(body) tokens\n精确后继归纳公式记号"];
    numericvalues -> numericfvsup [label="same checked syntax-task stack\n同一已检查语法任务栈"];
    numericsuccind -> numericfvsup [label="compute closure depth of succInd(body)\n计算归纳公式闭包深度"];
    numericfvsup -> numericguardedinduction [label="exact formula.fvSup value\n精确公式自由变量上确界"];
    numericfixitr -> numericallclosure [label="capture depth free variables first\n先捕获 depth 个自由变量"];
    numericfvsup -> numericallclosure [label="same exact closure depth\n同一精确闭包深度"];
    numericallclosure -> numericguardedinduction [label="guarded exact all-closure tokens\n带守卫精确全称闭包记号"];
    numericvalues -> numerictokenbitlength [label="candidate canonical token stream\n候选公式规范记号流"];
    numerictokenbitlength -> numericguardedinduction [label="actual candidate formulaCode bit length\n候选公式码真实位长"];
    numericfixitr -> numericguardedinduction [label="capture only after guard\n仅在守卫通过后捕获变量"];
    certbitsync -> numericguardedinduction [label="tag 22 induction body\n标签 22 归纳公式体"];
    numericguardedinduction -> numericallaxioms [label="guarded tag 22 exact result\n带守卫标签 22 精确结果"];
    certbitsync -> numericfixedaxioms [label="same PA-certificate tags and parameters\n同一 PA 证书标签与参数"];
    numericfixedaxioms -> numericallaxioms [label="tags 0..21 exact sentence tokens\n标签 0..21 精确公理句记号"];
    certinversion -> numericallaxioms [label="exact arbitrary certificate-token inversion\n任意证书记号精确反演"];
    numericallaxioms -> numericrules [label="axm branch comparator\n公理叶比较器"];
    numericrules -> numericparser [label="all ten local Boolean combiners closed\n十条局部布尔合并器全部闭合"];
    numericnodefields -> numericparser [label="exact child-stream scheduling inputs\n精确子流调度输入"];
    numericparser -> resemanticprobe [label="exact semantics audit\n精确语义审计"];
    numericparser -> localtableau [label="same bounded verifierStep\n同一有界验证器单步"];
    tokenstream -> packedstreamtrace [label="same bounded binary-Nat stream machine\n同一有界二进制自然数流机器"];
    arithinput -> packedstreamtrace [label="same sentinel payload peel\n同一哨兵位载荷剥离"];
    proofparser -> parseroutertrace [label="same proof parserStep\n同一证明解析单步"];
    certparser -> parseroutertrace [label="same certificate parserStep\n同一证书解析单步"];
    syntaxparser -> parseroutertrace [label="same formula parserStep\n同一公式解析单步"];
    parseroutertrace -> parseresultdecomp [label="exact parser outputs\n解析输出精确结果"];
    numericvalues -> parseresultdecomp [label="exact consumed token prefix\n精确已消费 token 前缀"];
    numericnodefields -> rootdispatchdecomp [label="same ten public root tags\n同一十个公开根标签"];
    rootdispatchdecomp -> parseresultdecomp [label="explicit branch-selected root result\n显式分支选择根结果"];
    numericvalues -> sequentvaluetrace [label="same counted formula-value repeat\n同一按数目公式值重复解析"];
    syntaxparser -> sequentvaluetrace [label="one exact formula local trace per repeat step\n每个重复单步一份精确公式局部轨迹"];
    syntaxparser -> termclosedtrace [label="same term parser state machine\n同一项解析状态机"];
    closedformula -> termclosedtrace [label="same closed-formula parser state machine\n同一闭公式解析状态机"];
    rootdispatchdecomp -> rootfieldtrace [label="same five field shapes selected by ten tags\n十标签选择同一五类字段形状"];
    sequentvaluetrace -> rootfieldtrace [label="checked sequent and per-formula traces\n已检查序列及逐公式轨迹"];
    termclosedtrace -> rootfieldtrace [label="checked term and closed-formula traces\n已检查项及闭公式轨迹"];
    localtableau -> directtrace [label="public witness uses local validity\n公开见证使用局部有效性"];
    packedstreamtrace -> directtrace [label="two public input subtraces\n两份公开输入子轨迹"];
    parseroutertrace -> directtrace [label="three parser local subtraces\n三份解析器局部子轨迹"];
    parseresultdecomp -> directtrace [label="wrapper-free explicit parse data\n无包装黑箱的显式解析数据"];
    predicate -> directtrace [label="exact accepted-code equivalence\n接受码关系精确等价"];
    directtrace -> roottraceintegration [label="same public total witness semantics\n同一公开总见证语义"];
    rootfieldtrace -> rootdirectdispatch [label="five shapes selected by exact public tags\n五类形状由公开标签精确选择"];
    rootdirectdispatch -> rootresidualtrace [label="replace old branch-result relation\n替换旧分支结果关系"];
    parseresultdecomp -> rootresidualtrace [label="same certified-parts exact decomposition\n同一已认证部件精确分解"];
    rootresidualtrace -> roottraceintegration [label="explicit residual field\n显式剩余关系字段"];
-     roottraceintegration -> compactformula [label="next: explicit coding and atomic arithmetic graph\n下一步：显式编码与原子算术图"];
+     roottraceintegration -> additivecodecbase [label="typed public trace data\n类型化公开轨迹数据"];
+     defaultlistcode -> additivecodecbase [style=dotted, arrowhead=none, constraint=false, label="rejected default; motivates additive codec\n否决默认编码；改用加法型编码"];
+     additivecodecbase -> directtracecode [label="instantiate every nested public trace type\n实例化全部嵌套公开轨迹类型"];
+     directtracecode -> compactformula [label="next: polynomial bound for exact packed trace size\n下一步：精确打包轨迹位长的多项式界"];
    predicate -> compactformula [label="same accepted-code target\n同一接受码目标"];
    minmeasure -> compactformula [label="same honest payload cutoff\n同一诚实载荷截断"];
    listedconmeta -> compactformula [label="same finite-consistency target\n同一有限一致性目标"];
    resemanticprobe -> compactformula [style=dotted, arrowhead=none, constraint=false, label="semantic specification only; rfind program is not reused\n只保留语义规格；不复用最小化程序"];
    compactformula -> patrace [label="fixed formula and binary numerals\n固定公式与二进制数词"];
    internalnote -> patrace [style=dotted, arrowhead=none, constraint=false];
    patrace -> suitable;
    suitable -> cond0;
    suitable -> cond1;
    suitable -> cond2;
    suitable -> cond3;
    predicate -> mpcompiler [label="same public verifier\n同一公开验证器"];
    canonicalnormalize -> mpcompiler [label="decoded payload never grows\n解码规范化不增长"];
    mpcompiler -> cond3 [style=dotted, label="external compiler closed; PA internal proof remains\n外部编译已闭合；仍需 PA 内部短证明"];
    predicate -> conjcompiler [label="same public verifier\n同一公开验证器"];
    canonicalnormalize -> conjcompiler [label="decoded payload never grows\n解码规范化不增长"];
    conjcompiler -> proofassembly [style=dotted, label="external conjunction primitive closed\n外部合取原语已闭合"];
    compactformula -> qdiagonal [style=dotted, arrowhead=none, constraint=false, label="later instantiate the closed generic compiler at concrete P\n后续把已闭合通用编译器实例化到具体 P"];
    suitable -> qdiagonal [style=dotted, arrowhead=none, constraint=false, label="concrete P conditions belong to later assembly\n具体 P 条件属于后续拼接"];
    transformcode -> qdiagonal [label="formula-instance size bound already checked\n公式实例大小界已检查"];
    cond0 -> proofassembly;
    cond1 -> proofassembly;
    cond2 -> proofassembly;
    cond3 -> proofassembly;
    qdiagonal -> proofassembly;
    proofassembly -> exponentextract;
    paconsistency -> exponentextract;
    exponentextract -> diagonal;
  }

  subgraph cluster_buss {
    label="H. Buss-Pudlak lower bound（布斯-普德拉克下界）";
    color="#9a9a9a";
    style="rounded,dashed";

    family [label="F_n = Con_T((f(n))^c)\n有限一致性公式族\nsame T / proof system / symbol length\n同一理论 / 证明系统 / 符号长度", fillcolor="#f3f3f3", color="#777777", style="rounded,filled,dashed"];
    rescale [label="Buss 1994 Theorem 5\n布斯 1994 第 5 定理\ntime-constructible rescaling\n时间可构造重标定", fillcolor="#f3f3f3", color="#777777", style="rounded,filled,dashed", penwidth=2.0];
    lower [label="minProofLength(F_n) > U(n) eventually\n最短证明长度最终大于 U(n)\nsuper-polynomial lower bound（超多项式下界）", fillcolor="#e9e3f5", color="#76639a", style="rounded,filled,dashed", penwidth=2.0];
    lowernote [shape=note, label="关键注释：文献下界只能用于原文满足条件的\nformula family（公式族）、proof system（证明系统）\n和 symbol length（符号长度）；名字相似不能替代对象恒等。", fillcolor="#e8f1f8", color="#4e7892"];

    compactformula -> family [label="same CompactProof predicate\n同一紧凑证明谓词"];
    minmeasure -> family [label="exact minimum length coordinate\n精确最短长度坐标"];
    diagonal -> rescale [label="power lower-bound seed\n幂下界种子"];
    family -> rescale;
    rescale -> lower [label="explicit time-constructible f\n显式时间可构造函数 f"];
    lowernote -> rescale [style=dotted, arrowhead=none, constraint=false];
  }

  subgraph cluster_collision {
    label="I. Same-object upper bound and collision（同对象上界与碰撞）";
    color="#9a9a9a";
    style="rounded,dashed";

    sondowcert [label="Sondow checked certificates\n索多已检查证书\nassume gamma rational（假设欧拉常数有理）\n本节点只表示证书已检查，不等于同对象上界已完成", fillcolor="#dff2e8", color="#3f7c66"];
    samecompiler [label="Sondow same-object compiler\n索多同对象编译器\ncertificate -> real proof of the same F_n\n证书 -> 同一 F_n 的真实证明", fillcolor="#f3f3f3", color="#777777", style="rounded,filled,dashed"];
    upper [label="minProofLength(F_n) <= U(n)\n最短证明长度不超过多项式 U(n)\npolynomial upper bound（多项式上界）\n等待 same-object compiler（同对象编译器）", fillcolor="#f3f3f3", color="#777777", style="rounded,filled,dashed"];
    collision [label="U(N) < minProofLength(F_N) <= U(N)\n同一 N、同一公式、同一检查器、同一长度的矛盾\ncollision theorem（碰撞定理）", fillcolor="#f8d9d6", color="#a8443d", style="rounded,filled,dashed", penwidth=2.5];
    final [label="not is_rational euler_mascheroni\n欧拉-马歇罗尼常数非有理\n仅在全部上游根定理闭合后成立", fillcolor="#f8d9d6", color="#a8443d", style="rounded,filled,dashed", penwidth=2.5];
    samenote [shape=note, label="关键注释：碰撞必须是同一 N、同一 F_N、\n同一 checker（检查器）和同一 length measure（长度度量）。\n只证明两个抽象接口各自存在不能形成碰撞。", fillcolor="#e8f1f8", color="#4e7892"];

    sondowcert -> samecompiler;
    family -> samecompiler [label="formula identity\n公式恒等"];
    predicate -> samecompiler [label="same checker/length\n同一检查器/长度"];
    minmeasure -> samecompiler [label="same minimum payload measure\n同一最短载荷度量"];
    samecompiler -> upper [label="canonical accepted proof code\n规范且被接受的证明码"];
    upper -> collision [label="same F_N / same length\n同一 F_N / 同一长度"];
    lower -> collision [label="same F_N / same length\n同一 F_N / 同一长度"];
    samenote -> collision [style=dotted, arrowhead=none, constraint=false];
    collision -> final;
  }

  subgraph cluster_audit {
    label="J. Submission-grade audit gates（投稿级审计门）";
    color="#76639a";
    style="rounded";

    axioms [label="#print axioms audit（公理画像审计）\n已完成节点仅依赖：\npropext（命题外延）\nClassical.choice（经典选择）\nQuot.sound（商类型可靠性）", fillcolor="#e9e3f5", color="#76639a"];
    forbidden [label="Forbidden project assumptions（禁止项目级假设）\nno tail_gap（无尾部间隙参数）\nno upper_provider（无上界提供者参数）\nno project proof_length（无项目证明长度公设）\nno sorryAx（无未完成证明公设）", fillcolor="#e9e3f5", color="#76639a"];
    gate [label="Final dependency audit（最终依赖审计）\nsame formula / parameter / checker / measure\n同一公式 / 参数 / 检查器 / 度量", fillcolor="#e9e3f5", color="#76639a", penwidth=2.0];

    totalcanonical -> axioms [style=dotted];
    publiciff -> axioms [style=dotted];
    completeness -> axioms [style=dotted];
    nattrace -> axioms [style=dotted];
    polytime -> forbidden [style=dashed];
    diagonal -> forbidden [style=dashed];
    samecompiler -> forbidden [style=dashed];
    lower -> gate;
    upper -> gate;
    axioms -> gate;
    forbidden -> gate;
    gate -> collision [style=dashed, label="audit pass\n审计通过"];
  }

  subgraph cluster_rejected_routes {
    label="K. Rejected historical routes（经审计弃用的历史路线；不通向主结论）";
    color="#a8443d";
    style="rounded,dashed";

    rawgodel [label="Nat.size(rawProofCode) lower bound\n原始哥德尔证明码位长下界\nunary-numeral encoding artifact（一元数词编码伪影）", fillcolor="#f8d9d6", color="#a8443d", style="rounded,filled,dashed"];
    postfixraw [label="Postfix checker rebuilding rawCode\n重建 rawCode 的后缀检查器\nprimitive recursive != polynomial time\n原始递归不等于多项式时间", fillcolor="#f8d9d6", color="#a8443d", style="rounded,filled,dashed"];
    abstractgap [label="tail_gap / computable_gap input\n尾部间隙 / 可计算间隙输入\nassumes the lower bound（预设下界）", fillcolor="#f8d9d6", color="#a8443d", style="rounded,filled,dashed"];
    abstractupper [label="upper_provider input\n上界提供者输入\nassumes the Sondow bridge（预设索多桥）", fillcolor="#f8d9d6", color="#a8443d", style="rounded,filled,dashed"];
    unsimulated [label="Unproved Hilbert-system simulation\n未证明的 Hilbert 系统模拟\nwrong/uncalibrated proof measure\n错误或未校准的证明度量", fillcolor="#f8d9d6", color="#a8443d", style="rounded,filled,dashed"];
    graft [label="strengthened_to_partial / transfer_to_graft\n加强到部分 / 嫁接转移接口\ninterface packaging without source theorem\n只有接口包装、没有源定理", fillcolor="#f8d9d6", color="#a8443d", style="rounded,filled,dashed"];
    rejectednote [shape=note, label="弃用判据：编码伪影、循环输入、对象错位，\n或只给接口而没有根定理。\n本区域没有任何边连接最终碰撞定理。", fillcolor="#fff1f0", color="#a8443d"];

    rawgodel -> postfixraw [style=dotted, color="#a8443d"];
    abstractgap -> graft [style=dotted, color="#a8443d"];
    abstractupper -> graft [style=dotted, color="#a8443d"];
    unsimulated -> graft [style=dotted, color="#a8443d"];
    rejectednote -> graft [style=dotted, arrowhead=none, color="#a8443d"];
  }
}
